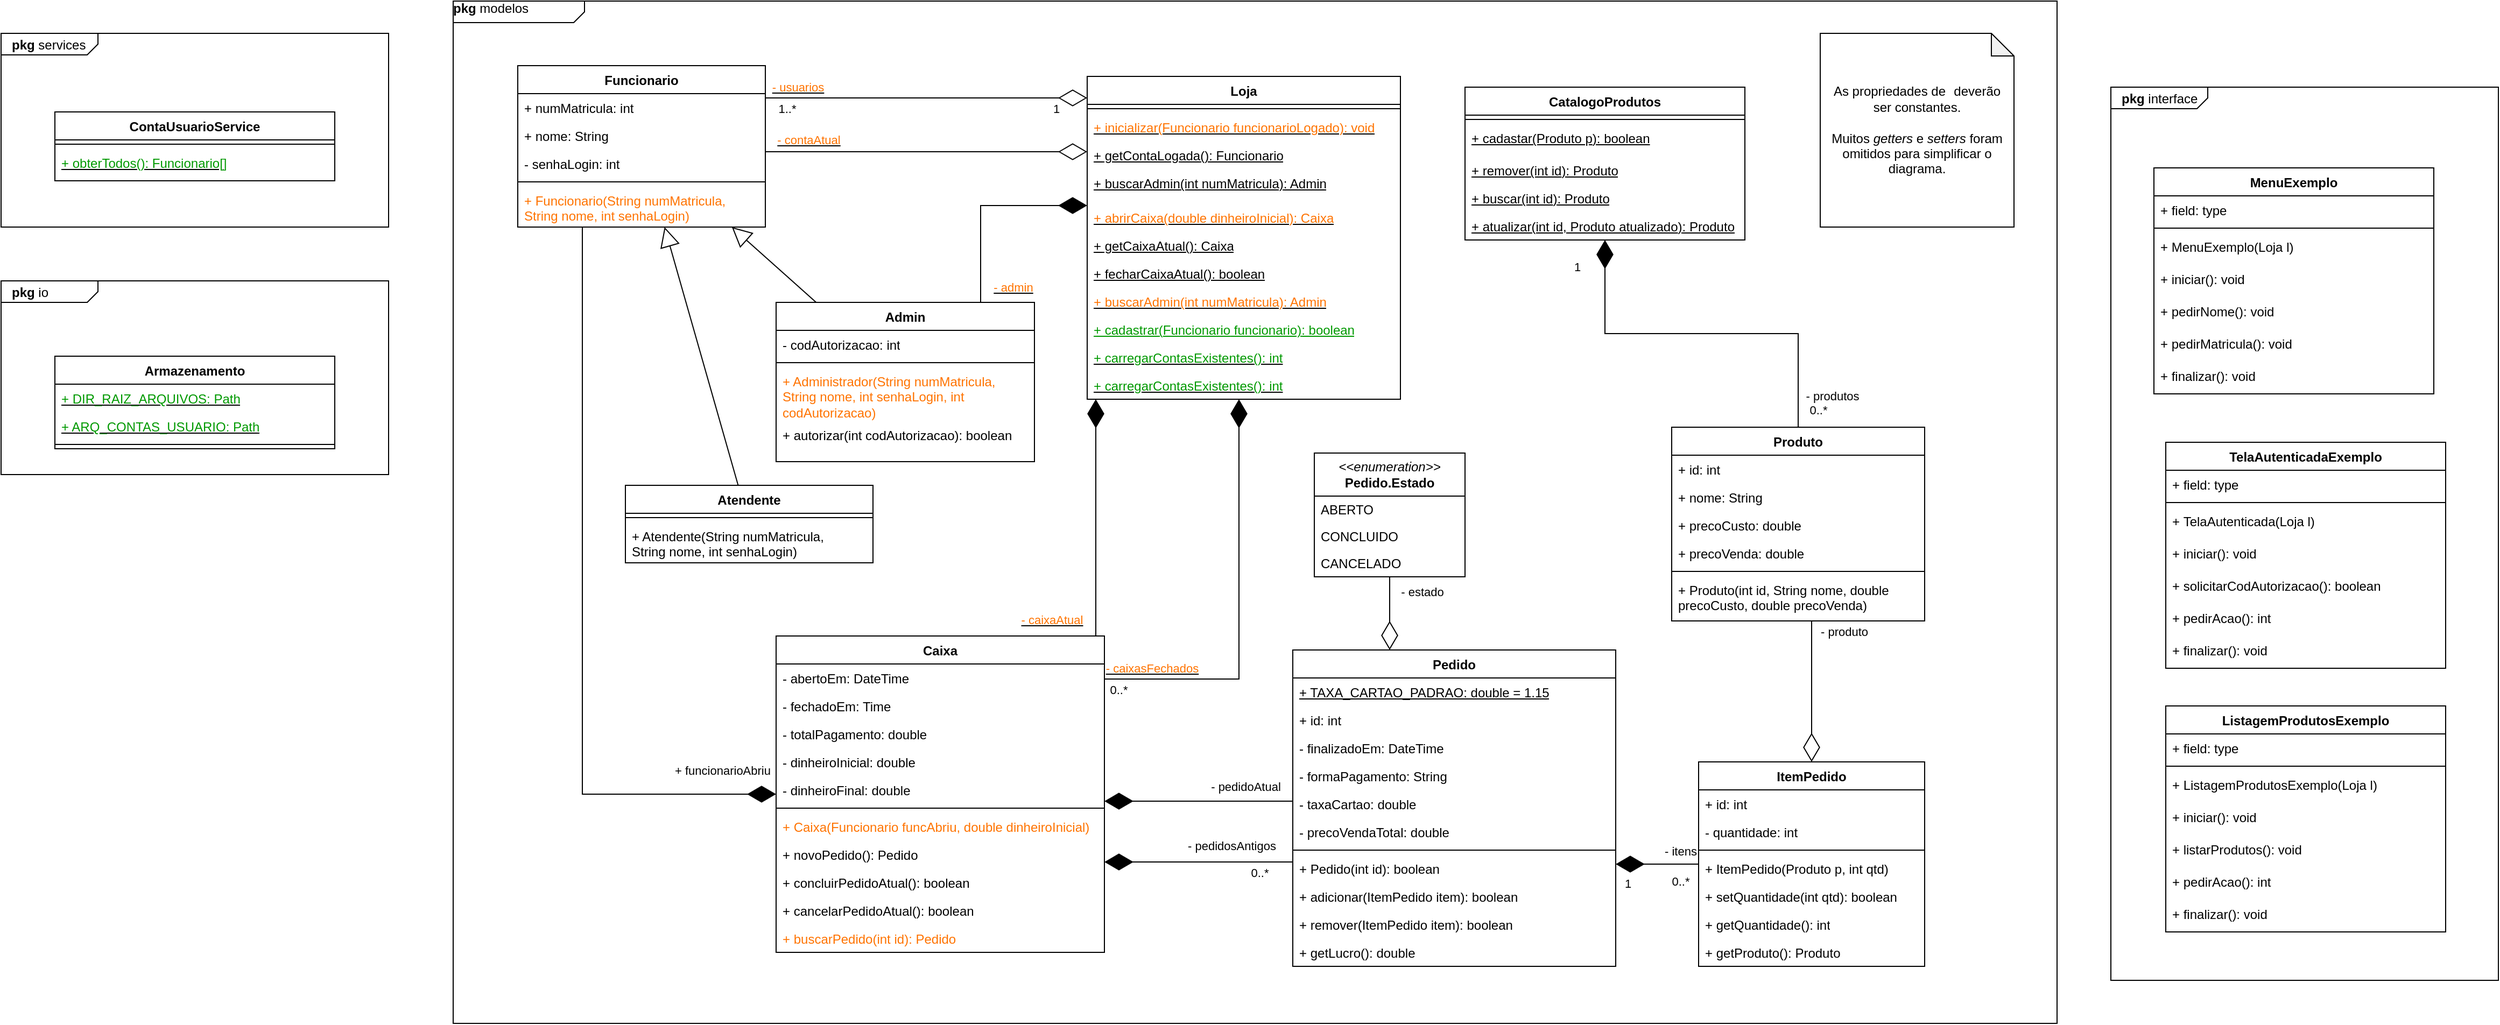
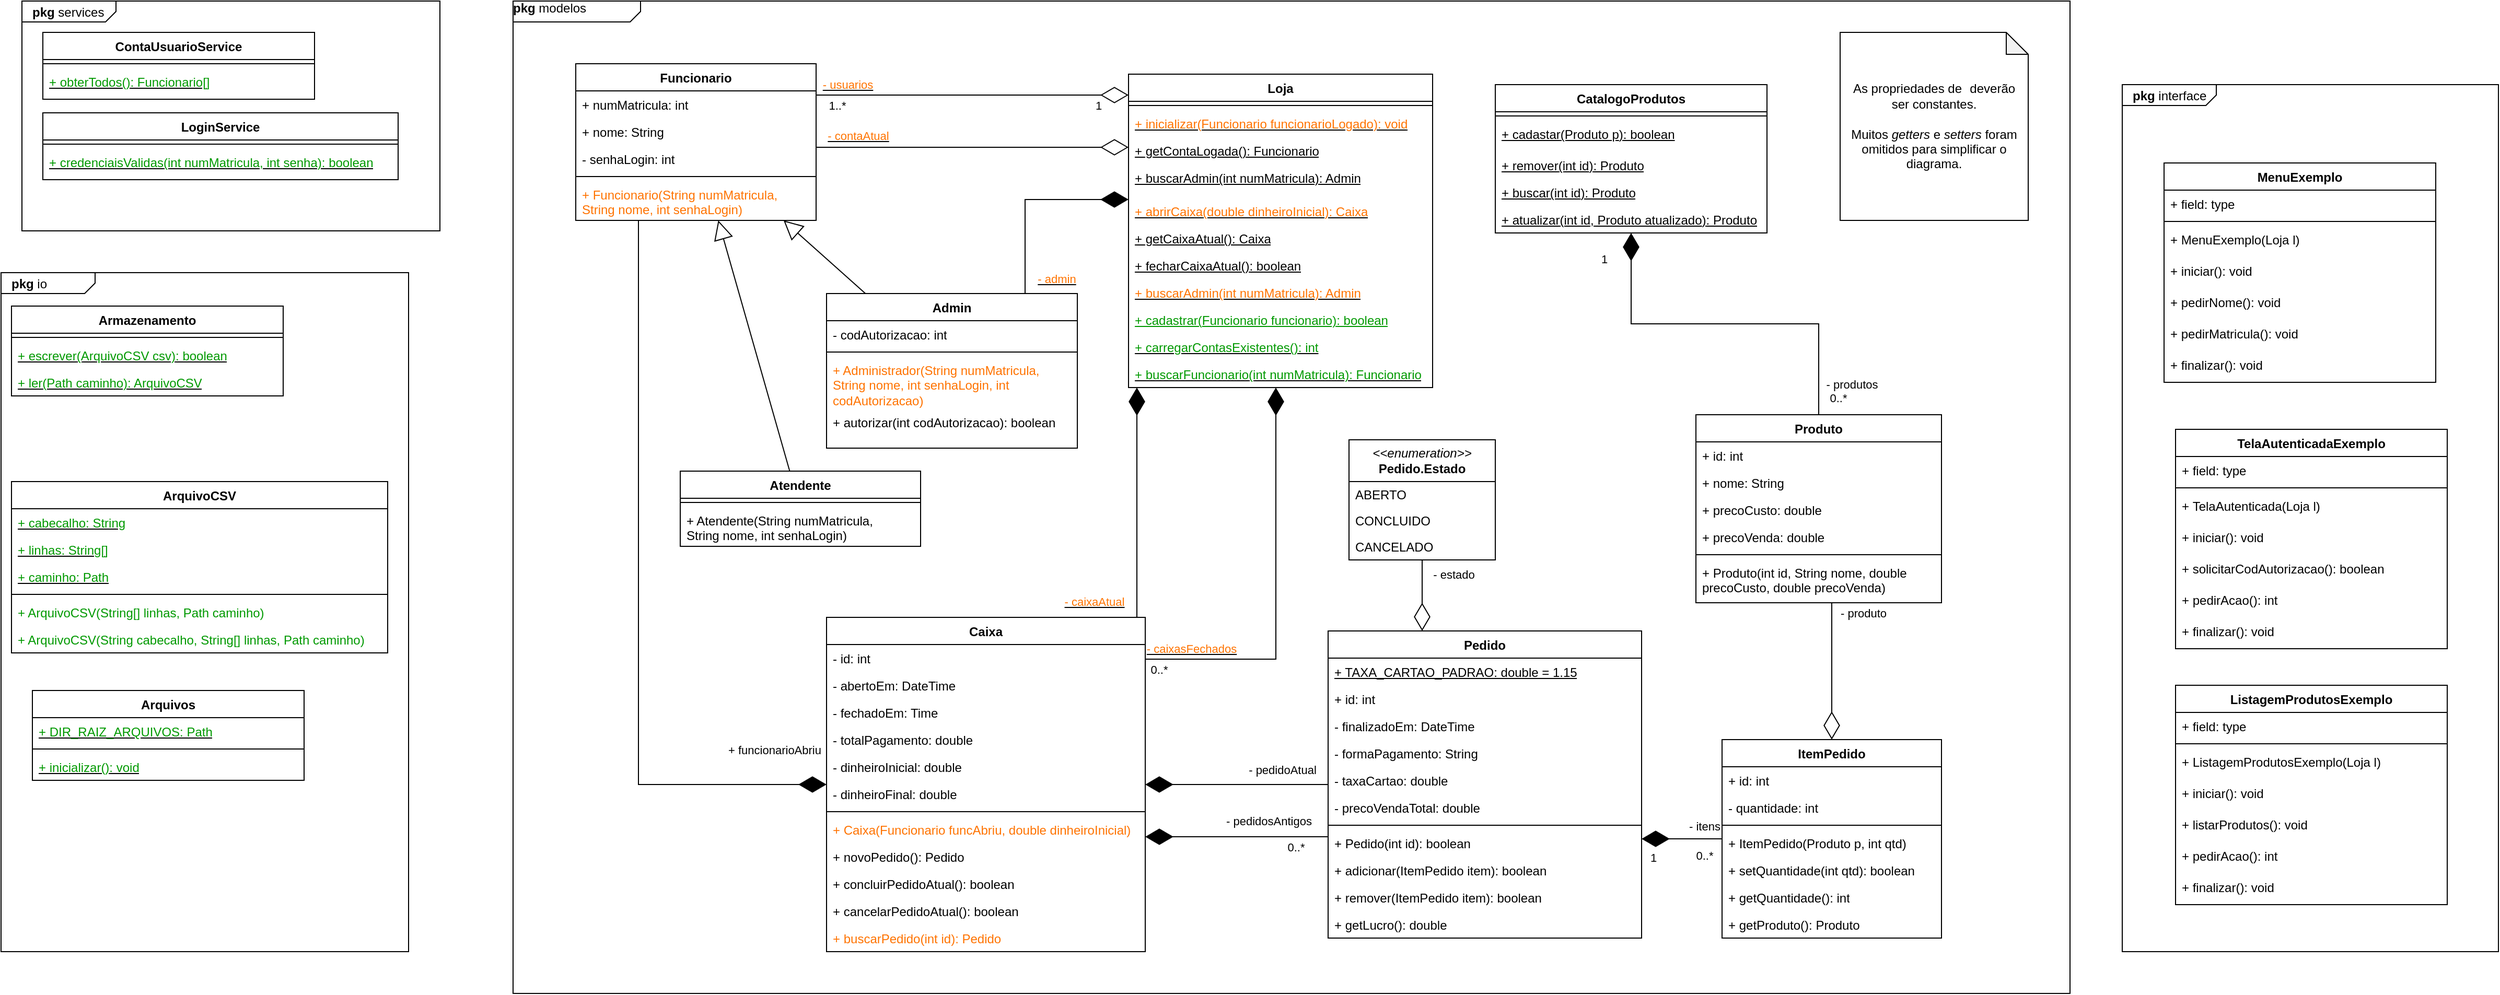
<mxfile host="Electron">
  <diagram name="Página-1" id="9ZmY0ZwC9zlJIqc9ISHl">
-     <mxGraphModel dx="2495" dy="1637" grid="1" gridSize="10" guides="1" tooltips="1" connect="1" arrows="1" fold="1" page="1" pageScale="1" pageWidth="827" pageHeight="1169" math="0" shadow="0">
+     <mxGraphModel dx="3394" dy="2100" grid="1" gridSize="10" guides="1" tooltips="1" connect="1" arrows="1" fold="1" page="1" pageScale="1" pageWidth="827" pageHeight="1169" math="0" shadow="0">
      <root>
        <mxCell id="0" />
        <mxCell id="1" parent="0" />
        <mxCell id="gy4Eh5UNHML4C2wZnuB5-49" parent="1" style="html=1;shape=mxgraph.sysml.package;xSize=90;align=left;spacingLeft=10;overflow=fill;recursiveResize=0;container=1;collapsible=0;labelX=122.94;movable=1;resizable=1;rotatable=1;deletable=1;editable=1;locked=0;connectable=1;" value="&lt;b&gt;pkg&lt;/b&gt; modelos" vertex="1">
          <mxGeometry height="950" width="1490" x="-540" y="-290" as="geometry">
            <mxRectangle height="30" width="120" x="40" y="40" as="alternateBounds" />
          </mxGeometry>
        </mxCell>
        <mxCell id="gy4Eh5UNHML4C2wZnuB5-27" parent="gy4Eh5UNHML4C2wZnuB5-49" style="swimlane;fontStyle=1;align=center;verticalAlign=top;childLayout=stackLayout;horizontal=1;startSize=26;horizontalStack=0;resizeParent=1;resizeParentMax=0;resizeLast=0;collapsible=1;marginBottom=0;whiteSpace=wrap;html=1;resizeHeight=0;expand=0;resizeWidth=1;" value="Loja" vertex="1">
          <mxGeometry height="300" width="291" x="589" y="70" as="geometry" />
        </mxCell>
        <mxCell id="gy4Eh5UNHML4C2wZnuB5-29" parent="gy4Eh5UNHML4C2wZnuB5-27" style="line;strokeWidth=1;fillColor=none;align=left;verticalAlign=middle;spacingTop=-1;spacingLeft=3;spacingRight=3;rotatable=0;labelPosition=right;points=[];portConstraint=eastwest;strokeColor=inherit;" value="" vertex="1">
          <mxGeometry height="8" width="291" y="26" as="geometry" />
        </mxCell>
        <mxCell id="EbaSRvtsIRmWHhfiMmkh-74" parent="gy4Eh5UNHML4C2wZnuB5-27" style="text;strokeColor=none;fillColor=none;align=left;verticalAlign=top;spacingLeft=4;spacingRight=4;overflow=hidden;rotatable=0;points=[[0,0.5],[1,0.5]];portConstraint=eastwest;whiteSpace=wrap;html=1;" value="&lt;u&gt;&lt;font style=&quot;color: rgb(255, 115, 0);&quot;&gt;+ inicializar(Funcionario funcionarioLogado): void&lt;/font&gt;&lt;/u&gt;" vertex="1">
          <mxGeometry height="26" width="291" y="34" as="geometry" />
        </mxCell>
        <mxCell id="EbaSRvtsIRmWHhfiMmkh-78" parent="gy4Eh5UNHML4C2wZnuB5-27" style="text;strokeColor=none;fillColor=none;align=left;verticalAlign=top;spacingLeft=4;spacingRight=4;overflow=hidden;rotatable=0;points=[[0,0.5],[1,0.5]];portConstraint=eastwest;whiteSpace=wrap;html=1;" value="&lt;u&gt;+ getContaLogada(): Funcionario&lt;/u&gt;" vertex="1">
          <mxGeometry height="26" width="291" y="60" as="geometry" />
        </mxCell>
        <mxCell id="gy4Eh5UNHML4C2wZnuB5-30" parent="gy4Eh5UNHML4C2wZnuB5-27" style="text;strokeColor=none;fillColor=none;align=left;verticalAlign=top;spacingLeft=4;spacingRight=4;overflow=hidden;rotatable=0;points=[[0,0.5],[1,0.5]];portConstraint=eastwest;whiteSpace=wrap;html=1;" value="&lt;u&gt;+ buscarAdmin(int numMatricula): Admin&lt;/u&gt;" vertex="1">
          <mxGeometry height="32" width="291" y="86" as="geometry" />
        </mxCell>
        <mxCell id="gy4Eh5UNHML4C2wZnuB5-137" parent="gy4Eh5UNHML4C2wZnuB5-27" style="text;strokeColor=none;fillColor=none;align=left;verticalAlign=top;spacingLeft=4;spacingRight=4;overflow=hidden;rotatable=0;points=[[0,0.5],[1,0.5]];portConstraint=eastwest;whiteSpace=wrap;html=1;" value="&lt;u&gt;&lt;font style=&quot;color: rgb(255, 115, 0);&quot;&gt;+ abrirCaixa(double dinheiroInicial): Caixa&lt;/font&gt;&lt;/u&gt;" vertex="1">
          <mxGeometry height="26" width="291" y="118" as="geometry" />
        </mxCell>
        <mxCell id="EbaSRvtsIRmWHhfiMmkh-39" parent="gy4Eh5UNHML4C2wZnuB5-27" style="text;strokeColor=none;fillColor=none;align=left;verticalAlign=top;spacingLeft=4;spacingRight=4;overflow=hidden;rotatable=0;points=[[0,0.5],[1,0.5]];portConstraint=eastwest;whiteSpace=wrap;html=1;" value="&lt;u&gt;+ getCaixaAtual(): Caixa&lt;/u&gt;" vertex="1">
          <mxGeometry height="26" width="291" y="144" as="geometry" />
        </mxCell>
        <mxCell id="EbaSRvtsIRmWHhfiMmkh-40" parent="gy4Eh5UNHML4C2wZnuB5-27" style="text;strokeColor=none;fillColor=none;align=left;verticalAlign=top;spacingLeft=4;spacingRight=4;overflow=hidden;rotatable=0;points=[[0,0.5],[1,0.5]];portConstraint=eastwest;whiteSpace=wrap;html=1;" value="&lt;u&gt;+ fecharCaixaAtual(): boolean&lt;/u&gt;" vertex="1">
          <mxGeometry height="26" width="291" y="170" as="geometry" />
        </mxCell>
        <mxCell id="gy4Eh5UNHML4C2wZnuB5-138" parent="gy4Eh5UNHML4C2wZnuB5-27" style="text;strokeColor=none;fillColor=none;align=left;verticalAlign=top;spacingLeft=4;spacingRight=4;overflow=hidden;rotatable=0;points=[[0,0.5],[1,0.5]];portConstraint=eastwest;whiteSpace=wrap;html=1;" value="&lt;u&gt;&lt;font style=&quot;color: rgb(255, 115, 0);&quot;&gt;+ buscarAdmin(int numMatricula): Admin&lt;/font&gt;&lt;/u&gt;" vertex="1">
          <mxGeometry height="26" width="291" y="196" as="geometry" />
        </mxCell>
        <mxCell id="EbaSRvtsIRmWHhfiMmkh-5" parent="gy4Eh5UNHML4C2wZnuB5-27" style="text;strokeColor=none;fillColor=none;align=left;verticalAlign=top;spacingLeft=4;spacingRight=4;overflow=hidden;rotatable=0;points=[[0,0.5],[1,0.5]];portConstraint=eastwest;whiteSpace=wrap;html=1;" value="&lt;font style=&quot;color: rgb(0, 153, 0);&quot;&gt;&lt;u&gt;+ cadastrar(&lt;/u&gt;&lt;u&gt;Funcionario&lt;/u&gt;&lt;u&gt;&amp;nbsp;funcionario): boolean&lt;/u&gt;&lt;/font&gt;" vertex="1">
          <mxGeometry height="26" width="291" y="222" as="geometry" />
        </mxCell>
        <mxCell id="FQoL36WswdMF_Ofk2WBs-48" parent="gy4Eh5UNHML4C2wZnuB5-27" style="text;strokeColor=none;fillColor=none;align=left;verticalAlign=top;spacingLeft=4;spacingRight=4;overflow=hidden;rotatable=0;points=[[0,0.5],[1,0.5]];portConstraint=eastwest;whiteSpace=wrap;html=1;" value="&lt;u&gt;&lt;font style=&quot;color: rgb(0, 153, 0);&quot;&gt;+ carregarContasExistentes(): int&lt;/font&gt;&lt;/u&gt;" vertex="1">
          <mxGeometry height="26" width="291" y="248" as="geometry" />
        </mxCell>
-         <mxCell id="FQoL36WswdMF_Ofk2WBs-49" parent="gy4Eh5UNHML4C2wZnuB5-27" style="text;strokeColor=none;fillColor=none;align=left;verticalAlign=top;spacingLeft=4;spacingRight=4;overflow=hidden;rotatable=0;points=[[0,0.5],[1,0.5]];portConstraint=eastwest;whiteSpace=wrap;html=1;" value="&lt;u&gt;&lt;font style=&quot;color: rgb(0, 153, 0);&quot;&gt;+ carregarContasExistentes(): int&lt;/font&gt;&lt;/u&gt;" vertex="1">
+         <mxCell id="TQHljtS-Gg7rwVJ6MdJa-22" parent="gy4Eh5UNHML4C2wZnuB5-27" style="text;strokeColor=none;fillColor=none;align=left;verticalAlign=top;spacingLeft=4;spacingRight=4;overflow=hidden;rotatable=0;points=[[0,0.5],[1,0.5]];portConstraint=eastwest;whiteSpace=wrap;html=1;" value="&lt;u&gt;&lt;font style=&quot;color: rgb(0, 153, 0);&quot;&gt;+ buscarFuncionario(int numMatricula): Funcionario&lt;/font&gt;&lt;/u&gt;" vertex="1">
          <mxGeometry height="26" width="291" y="274" as="geometry" />
        </mxCell>
        <mxCell id="gy4Eh5UNHML4C2wZnuB5-11" parent="gy4Eh5UNHML4C2wZnuB5-49" style="swimlane;fontStyle=1;align=center;verticalAlign=top;childLayout=stackLayout;horizontal=1;startSize=26;horizontalStack=0;resizeParent=1;resizeParentMax=0;resizeLast=0;collapsible=1;marginBottom=0;whiteSpace=wrap;html=1;" value="CatalogoProdutos" vertex="1">
          <mxGeometry height="142" width="260" x="940" y="80" as="geometry" />
        </mxCell>
        <mxCell id="gy4Eh5UNHML4C2wZnuB5-13" parent="gy4Eh5UNHML4C2wZnuB5-11" style="line;strokeWidth=1;fillColor=none;align=left;verticalAlign=middle;spacingTop=-1;spacingLeft=3;spacingRight=3;rotatable=0;labelPosition=right;points=[];portConstraint=eastwest;strokeColor=inherit;" value="" vertex="1">
          <mxGeometry height="8" width="260" y="26" as="geometry" />
        </mxCell>
        <mxCell id="gy4Eh5UNHML4C2wZnuB5-134" parent="gy4Eh5UNHML4C2wZnuB5-11" style="text;strokeColor=none;fillColor=none;align=left;verticalAlign=top;spacingLeft=4;spacingRight=4;overflow=hidden;rotatable=0;points=[[0,0.5],[1,0.5]];portConstraint=eastwest;whiteSpace=wrap;html=1;" value="&lt;u&gt;+ cadastar(Produto p&lt;/u&gt;&lt;u style=&quot;background-color: transparent; color: light-dark(rgb(0, 0, 0), rgb(255, 255, 255));&quot;&gt;): boolean&lt;/u&gt;" vertex="1">
          <mxGeometry height="30" width="260" y="34" as="geometry" />
        </mxCell>
        <mxCell id="EbaSRvtsIRmWHhfiMmkh-1" parent="gy4Eh5UNHML4C2wZnuB5-11" style="text;strokeColor=none;fillColor=none;align=left;verticalAlign=top;spacingLeft=4;spacingRight=4;overflow=hidden;rotatable=0;points=[[0,0.5],[1,0.5]];portConstraint=eastwest;whiteSpace=wrap;html=1;" value="&lt;u&gt;+ remover(int id&lt;/u&gt;&lt;u style=&quot;background-color: transparent; color: light-dark(rgb(0, 0, 0), rgb(255, 255, 255));&quot;&gt;): Produto&lt;/u&gt;" vertex="1">
          <mxGeometry height="26" width="260" y="64" as="geometry" />
        </mxCell>
        <mxCell id="EbaSRvtsIRmWHhfiMmkh-3" parent="gy4Eh5UNHML4C2wZnuB5-11" style="text;strokeColor=none;fillColor=none;align=left;verticalAlign=top;spacingLeft=4;spacingRight=4;overflow=hidden;rotatable=0;points=[[0,0.5],[1,0.5]];portConstraint=eastwest;whiteSpace=wrap;html=1;" value="&lt;u&gt;+ buscar(int id&lt;/u&gt;&lt;u style=&quot;background-color: transparent; color: light-dark(rgb(0, 0, 0), rgb(255, 255, 255));&quot;&gt;): Produto&lt;/u&gt;" vertex="1">
          <mxGeometry height="26" width="260" y="90" as="geometry" />
        </mxCell>
        <mxCell id="EbaSRvtsIRmWHhfiMmkh-4" parent="gy4Eh5UNHML4C2wZnuB5-11" style="text;strokeColor=none;fillColor=none;align=left;verticalAlign=top;spacingLeft=4;spacingRight=4;overflow=hidden;rotatable=0;points=[[0,0.5],[1,0.5]];portConstraint=eastwest;whiteSpace=wrap;html=1;" value="&lt;u&gt;+ atualizar(int id, Produto atualizado&lt;/u&gt;&lt;u style=&quot;background-color: transparent; color: light-dark(rgb(0, 0, 0), rgb(255, 255, 255));&quot;&gt;): Produto&lt;/u&gt;" vertex="1">
          <mxGeometry height="26" width="260" y="116" as="geometry" />
        </mxCell>
        <mxCell id="gy4Eh5UNHML4C2wZnuB5-31" parent="gy4Eh5UNHML4C2wZnuB5-49" style="swimlane;fontStyle=1;align=center;verticalAlign=top;childLayout=stackLayout;horizontal=1;startSize=26;horizontalStack=0;resizeParent=1;resizeParentMax=0;resizeLast=0;collapsible=1;marginBottom=0;whiteSpace=wrap;html=1;" value="Produto" vertex="1">
          <mxGeometry height="180" width="235" x="1132" y="396" as="geometry" />
        </mxCell>
        <mxCell id="EbaSRvtsIRmWHhfiMmkh-2" parent="gy4Eh5UNHML4C2wZnuB5-31" style="text;strokeColor=none;fillColor=none;align=left;verticalAlign=top;spacingLeft=4;spacingRight=4;overflow=hidden;rotatable=0;points=[[0,0.5],[1,0.5]];portConstraint=eastwest;whiteSpace=wrap;html=1;" value="+ id: int" vertex="1">
          <mxGeometry height="26" width="235" y="26" as="geometry" />
        </mxCell>
        <mxCell id="gy4Eh5UNHML4C2wZnuB5-47" parent="gy4Eh5UNHML4C2wZnuB5-31" style="text;strokeColor=none;fillColor=none;align=left;verticalAlign=top;spacingLeft=4;spacingRight=4;overflow=hidden;rotatable=0;points=[[0,0.5],[1,0.5]];portConstraint=eastwest;whiteSpace=wrap;html=1;" value="+ nome: String" vertex="1">
          <mxGeometry height="26" width="235" y="52" as="geometry" />
        </mxCell>
        <mxCell id="gy4Eh5UNHML4C2wZnuB5-48" parent="gy4Eh5UNHML4C2wZnuB5-31" style="text;strokeColor=none;fillColor=none;align=left;verticalAlign=top;spacingLeft=4;spacingRight=4;overflow=hidden;rotatable=0;points=[[0,0.5],[1,0.5]];portConstraint=eastwest;whiteSpace=wrap;html=1;" value="+ precoCusto: double" vertex="1">
          <mxGeometry height="26" width="235" y="78" as="geometry" />
        </mxCell>
        <mxCell id="gy4Eh5UNHML4C2wZnuB5-32" parent="gy4Eh5UNHML4C2wZnuB5-31" style="text;strokeColor=none;fillColor=none;align=left;verticalAlign=top;spacingLeft=4;spacingRight=4;overflow=hidden;rotatable=0;points=[[0,0.5],[1,0.5]];portConstraint=eastwest;whiteSpace=wrap;html=1;" value="+ precoVenda: double" vertex="1">
          <mxGeometry height="26" width="235" y="104" as="geometry" />
        </mxCell>
        <mxCell id="gy4Eh5UNHML4C2wZnuB5-33" parent="gy4Eh5UNHML4C2wZnuB5-31" style="line;strokeWidth=1;fillColor=none;align=left;verticalAlign=middle;spacingTop=-1;spacingLeft=3;spacingRight=3;rotatable=0;labelPosition=right;points=[];portConstraint=eastwest;strokeColor=inherit;" value="" vertex="1">
          <mxGeometry height="8" width="235" y="130" as="geometry" />
        </mxCell>
        <mxCell id="gy4Eh5UNHML4C2wZnuB5-34" parent="gy4Eh5UNHML4C2wZnuB5-31" style="text;strokeColor=none;fillColor=none;align=left;verticalAlign=top;spacingLeft=4;spacingRight=4;overflow=hidden;rotatable=0;points=[[0,0.5],[1,0.5]];portConstraint=eastwest;whiteSpace=wrap;html=1;" value="+ Produto(int id, String nome, double precoCusto, double precoVenda)" vertex="1">
          <mxGeometry height="42" width="235" y="138" as="geometry" />
        </mxCell>
        <mxCell id="gy4Eh5UNHML4C2wZnuB5-7" parent="gy4Eh5UNHML4C2wZnuB5-49" style="swimlane;fontStyle=1;align=center;verticalAlign=top;childLayout=stackLayout;horizontal=1;startSize=26;horizontalStack=0;resizeParent=1;resizeParentMax=0;resizeLast=0;collapsible=1;marginBottom=0;whiteSpace=wrap;html=1;" value="Pedido" vertex="1">
          <mxGeometry height="294" width="300" x="780" y="603" as="geometry" />
        </mxCell>
        <mxCell id="EbaSRvtsIRmWHhfiMmkh-43" parent="gy4Eh5UNHML4C2wZnuB5-7" style="text;strokeColor=none;fillColor=none;align=left;verticalAlign=top;spacingLeft=4;spacingRight=4;overflow=hidden;rotatable=0;points=[[0,0.5],[1,0.5]];portConstraint=eastwest;whiteSpace=wrap;html=1;" value="&lt;u&gt;+ TAXA_CARTAO_PADRAO: double = 1.15&lt;/u&gt;" vertex="1">
          <mxGeometry height="26" width="300" y="26" as="geometry" />
        </mxCell>
        <mxCell id="gy4Eh5UNHML4C2wZnuB5-46" parent="gy4Eh5UNHML4C2wZnuB5-7" style="text;strokeColor=none;fillColor=none;align=left;verticalAlign=top;spacingLeft=4;spacingRight=4;overflow=hidden;rotatable=0;points=[[0,0.5],[1,0.5]];portConstraint=eastwest;whiteSpace=wrap;html=1;" value="+ id: int" vertex="1">
          <mxGeometry height="26" width="300" y="52" as="geometry" />
        </mxCell>
        <mxCell id="gy4Eh5UNHML4C2wZnuB5-8" parent="gy4Eh5UNHML4C2wZnuB5-7" style="text;strokeColor=none;fillColor=none;align=left;verticalAlign=top;spacingLeft=4;spacingRight=4;overflow=hidden;rotatable=0;points=[[0,0.5],[1,0.5]];portConstraint=eastwest;whiteSpace=wrap;html=1;" value="- finalizadoEm: DateTime" vertex="1">
          <mxGeometry height="26" width="300" y="78" as="geometry" />
        </mxCell>
        <mxCell id="gy4Eh5UNHML4C2wZnuB5-43" parent="gy4Eh5UNHML4C2wZnuB5-7" style="text;strokeColor=none;fillColor=none;align=left;verticalAlign=top;spacingLeft=4;spacingRight=4;overflow=hidden;rotatable=0;points=[[0,0.5],[1,0.5]];portConstraint=eastwest;whiteSpace=wrap;html=1;" value="- formaPagamento: String" vertex="1">
          <mxGeometry height="26" width="300" y="104" as="geometry" />
        </mxCell>
        <mxCell id="gy4Eh5UNHML4C2wZnuB5-44" parent="gy4Eh5UNHML4C2wZnuB5-7" style="text;strokeColor=none;fillColor=none;align=left;verticalAlign=top;spacingLeft=4;spacingRight=4;overflow=hidden;rotatable=0;points=[[0,0.5],[1,0.5]];portConstraint=eastwest;whiteSpace=wrap;html=1;" value="- taxaCartao: double" vertex="1">
          <mxGeometry height="26" width="300" y="130" as="geometry" />
        </mxCell>
        <mxCell id="gy4Eh5UNHML4C2wZnuB5-45" parent="gy4Eh5UNHML4C2wZnuB5-7" style="text;strokeColor=none;fillColor=none;align=left;verticalAlign=top;spacingLeft=4;spacingRight=4;overflow=hidden;rotatable=0;points=[[0,0.5],[1,0.5]];portConstraint=eastwest;whiteSpace=wrap;html=1;" value="- precoVendaTotal: double" vertex="1">
          <mxGeometry height="26" width="300" y="156" as="geometry" />
        </mxCell>
        <mxCell id="gy4Eh5UNHML4C2wZnuB5-9" parent="gy4Eh5UNHML4C2wZnuB5-7" style="line;strokeWidth=1;fillColor=none;align=left;verticalAlign=middle;spacingTop=-1;spacingLeft=3;spacingRight=3;rotatable=0;labelPosition=right;points=[];portConstraint=eastwest;strokeColor=inherit;" value="" vertex="1">
          <mxGeometry height="8" width="300" y="182" as="geometry" />
        </mxCell>
        <mxCell id="EbaSRvtsIRmWHhfiMmkh-42" parent="gy4Eh5UNHML4C2wZnuB5-7" style="text;strokeColor=none;fillColor=none;align=left;verticalAlign=top;spacingLeft=4;spacingRight=4;overflow=hidden;rotatable=0;points=[[0,0.5],[1,0.5]];portConstraint=eastwest;whiteSpace=wrap;html=1;" value="+ Pedido(int id): boolean" vertex="1">
          <mxGeometry height="26" width="300" y="190" as="geometry" />
        </mxCell>
        <mxCell id="gy4Eh5UNHML4C2wZnuB5-10" parent="gy4Eh5UNHML4C2wZnuB5-7" style="text;strokeColor=none;fillColor=none;align=left;verticalAlign=top;spacingLeft=4;spacingRight=4;overflow=hidden;rotatable=0;points=[[0,0.5],[1,0.5]];portConstraint=eastwest;whiteSpace=wrap;html=1;" value="+ adicionar(ItemPedido item): boolean" vertex="1">
          <mxGeometry height="26" width="300" y="216" as="geometry" />
        </mxCell>
        <mxCell id="EbaSRvtsIRmWHhfiMmkh-18" parent="gy4Eh5UNHML4C2wZnuB5-7" style="text;strokeColor=none;fillColor=none;align=left;verticalAlign=top;spacingLeft=4;spacingRight=4;overflow=hidden;rotatable=0;points=[[0,0.5],[1,0.5]];portConstraint=eastwest;whiteSpace=wrap;html=1;" value="+ remover(ItemPedido item): boolean" vertex="1">
          <mxGeometry height="26" width="300" y="242" as="geometry" />
        </mxCell>
        <mxCell id="EbaSRvtsIRmWHhfiMmkh-45" parent="gy4Eh5UNHML4C2wZnuB5-7" style="text;strokeColor=none;fillColor=none;align=left;verticalAlign=top;spacingLeft=4;spacingRight=4;overflow=hidden;rotatable=0;points=[[0,0.5],[1,0.5]];portConstraint=eastwest;whiteSpace=wrap;html=1;" value="+ getLucro(): double" vertex="1">
          <mxGeometry height="26" width="300" y="268" as="geometry" />
        </mxCell>
        <mxCell id="gy4Eh5UNHML4C2wZnuB5-3" parent="gy4Eh5UNHML4C2wZnuB5-49" style="swimlane;fontStyle=1;align=center;verticalAlign=top;childLayout=stackLayout;horizontal=1;startSize=26;horizontalStack=0;resizeParent=1;resizeParentMax=0;resizeLast=0;collapsible=1;marginBottom=0;whiteSpace=wrap;html=1;" value="Caixa" vertex="1">
-           <mxGeometry height="294" width="305" x="300" y="590" as="geometry" />
+           <mxGeometry height="320" width="305" x="300" y="590" as="geometry" />
+         </mxCell>
+         <mxCell id="TQHljtS-Gg7rwVJ6MdJa-24" parent="gy4Eh5UNHML4C2wZnuB5-3" style="text;strokeColor=none;fillColor=none;align=left;verticalAlign=top;spacingLeft=4;spacingRight=4;overflow=hidden;rotatable=0;points=[[0,0.5],[1,0.5]];portConstraint=eastwest;whiteSpace=wrap;html=1;" value="- id: int" vertex="1">
+           <mxGeometry height="26" width="305" y="26" as="geometry" />
        </mxCell>
        <mxCell id="gy4Eh5UNHML4C2wZnuB5-4" parent="gy4Eh5UNHML4C2wZnuB5-3" style="text;strokeColor=none;fillColor=none;align=left;verticalAlign=top;spacingLeft=4;spacingRight=4;overflow=hidden;rotatable=0;points=[[0,0.5],[1,0.5]];portConstraint=eastwest;whiteSpace=wrap;html=1;" value="- abertoEm: DateTime" vertex="1">
-           <mxGeometry height="26" width="305" y="26" as="geometry" />
+           <mxGeometry height="26" width="305" y="52" as="geometry" />
        </mxCell>
        <mxCell id="gy4Eh5UNHML4C2wZnuB5-40" parent="gy4Eh5UNHML4C2wZnuB5-3" style="text;strokeColor=none;fillColor=none;align=left;verticalAlign=top;spacingLeft=4;spacingRight=4;overflow=hidden;rotatable=0;points=[[0,0.5],[1,0.5]];portConstraint=eastwest;whiteSpace=wrap;html=1;" value="- fechadoEm: Time" vertex="1">
-           <mxGeometry height="26" width="305" y="52" as="geometry" />
+           <mxGeometry height="26" width="305" y="78" as="geometry" />
        </mxCell>
        <mxCell id="m6lvUc4TkEWnN2bDjYWc-1" parent="gy4Eh5UNHML4C2wZnuB5-3" style="text;strokeColor=none;fillColor=none;align=left;verticalAlign=top;spacingLeft=4;spacingRight=4;overflow=hidden;rotatable=0;points=[[0,0.5],[1,0.5]];portConstraint=eastwest;whiteSpace=wrap;html=1;" value="- totalPagamento: double" vertex="1">
-           <mxGeometry height="26" width="305" y="78" as="geometry" />
+           <mxGeometry height="26" width="305" y="104" as="geometry" />
        </mxCell>
        <mxCell id="gy4Eh5UNHML4C2wZnuB5-41" parent="gy4Eh5UNHML4C2wZnuB5-3" style="text;strokeColor=none;fillColor=none;align=left;verticalAlign=top;spacingLeft=4;spacingRight=4;overflow=hidden;rotatable=0;points=[[0,0.5],[1,0.5]];portConstraint=eastwest;whiteSpace=wrap;html=1;" value="- dinheiroInicial: double" vertex="1">
-           <mxGeometry height="26" width="305" y="104" as="geometry" />
+           <mxGeometry height="26" width="305" y="130" as="geometry" />
        </mxCell>
        <mxCell id="gy4Eh5UNHML4C2wZnuB5-42" parent="gy4Eh5UNHML4C2wZnuB5-3" style="text;strokeColor=none;fillColor=none;align=left;verticalAlign=top;spacingLeft=4;spacingRight=4;overflow=hidden;rotatable=0;points=[[0,0.5],[1,0.5]];portConstraint=eastwest;whiteSpace=wrap;html=1;" value="- dinheiroFinal: double" vertex="1">
-           <mxGeometry height="26" width="305" y="130" as="geometry" />
+           <mxGeometry height="26" width="305" y="156" as="geometry" />
        </mxCell>
        <mxCell id="gy4Eh5UNHML4C2wZnuB5-5" parent="gy4Eh5UNHML4C2wZnuB5-3" style="line;strokeWidth=1;fillColor=none;align=left;verticalAlign=middle;spacingTop=-1;spacingLeft=3;spacingRight=3;rotatable=0;labelPosition=right;points=[];portConstraint=eastwest;strokeColor=inherit;" value="" vertex="1">
-           <mxGeometry height="8" width="305" y="156" as="geometry" />
+           <mxGeometry height="8" width="305" y="182" as="geometry" />
        </mxCell>
        <mxCell id="gy4Eh5UNHML4C2wZnuB5-6" parent="gy4Eh5UNHML4C2wZnuB5-3" style="text;strokeColor=none;fillColor=none;align=left;verticalAlign=top;spacingLeft=4;spacingRight=4;overflow=hidden;rotatable=0;points=[[0,0.5],[1,0.5]];portConstraint=eastwest;whiteSpace=wrap;html=1;" value="&lt;font style=&quot;color: rgb(255, 115, 0);&quot;&gt;+ Caixa(Funcionario funcAbriu, double dinheiroInicial)&lt;/font&gt;" vertex="1">
-           <mxGeometry height="26" width="305" y="164" as="geometry" />
+           <mxGeometry height="26" width="305" y="190" as="geometry" />
        </mxCell>
        <mxCell id="gy4Eh5UNHML4C2wZnuB5-132" parent="gy4Eh5UNHML4C2wZnuB5-3" style="text;strokeColor=none;fillColor=none;align=left;verticalAlign=top;spacingLeft=4;spacingRight=4;overflow=hidden;rotatable=0;points=[[0,0.5],[1,0.5]];portConstraint=eastwest;whiteSpace=wrap;html=1;" value="+ novoPedido(): Pedido" vertex="1">
-           <mxGeometry height="26" width="305" y="190" as="geometry" />
+           <mxGeometry height="26" width="305" y="216" as="geometry" />
        </mxCell>
        <mxCell id="EbaSRvtsIRmWHhfiMmkh-38" parent="gy4Eh5UNHML4C2wZnuB5-3" style="text;strokeColor=none;fillColor=none;align=left;verticalAlign=top;spacingLeft=4;spacingRight=4;overflow=hidden;rotatable=0;points=[[0,0.5],[1,0.5]];portConstraint=eastwest;whiteSpace=wrap;html=1;" value="+ concluirPedidoAtual(): boolean" vertex="1">
-           <mxGeometry height="26" width="305" y="216" as="geometry" />
+           <mxGeometry height="26" width="305" y="242" as="geometry" />
        </mxCell>
        <mxCell id="EbaSRvtsIRmWHhfiMmkh-23" parent="gy4Eh5UNHML4C2wZnuB5-3" style="text;strokeColor=none;fillColor=none;align=left;verticalAlign=top;spacingLeft=4;spacingRight=4;overflow=hidden;rotatable=0;points=[[0,0.5],[1,0.5]];portConstraint=eastwest;whiteSpace=wrap;html=1;" value="+ cancelarPedidoAtual(): boolean" vertex="1">
-           <mxGeometry height="26" width="305" y="242" as="geometry" />
+           <mxGeometry height="26" width="305" y="268" as="geometry" />
        </mxCell>
        <mxCell id="EbaSRvtsIRmWHhfiMmkh-22" parent="gy4Eh5UNHML4C2wZnuB5-3" style="text;strokeColor=none;fillColor=none;align=left;verticalAlign=top;spacingLeft=4;spacingRight=4;overflow=hidden;rotatable=0;points=[[0,0.5],[1,0.5]];portConstraint=eastwest;whiteSpace=wrap;html=1;" value="&lt;font style=&quot;color: rgb(255, 115, 0);&quot;&gt;+ buscarPedido(int id): Pedido&lt;/font&gt;" vertex="1">
-           <mxGeometry height="26" width="305" y="268" as="geometry" />
+           <mxGeometry height="26" width="305" y="294" as="geometry" />
        </mxCell>
        <mxCell id="gy4Eh5UNHML4C2wZnuB5-19" parent="gy4Eh5UNHML4C2wZnuB5-49" style="swimlane;fontStyle=1;align=center;verticalAlign=top;childLayout=stackLayout;horizontal=1;startSize=26;horizontalStack=0;resizeParent=1;resizeParentMax=0;resizeLast=0;collapsible=1;marginBottom=0;whiteSpace=wrap;html=1;" value="Funcionario" vertex="1">
          <mxGeometry height="150" width="230" x="60" y="60" as="geometry" />
        </mxCell>
        <mxCell id="gy4Eh5UNHML4C2wZnuB5-20" parent="gy4Eh5UNHML4C2wZnuB5-19" style="text;strokeColor=none;fillColor=none;align=left;verticalAlign=top;spacingLeft=4;spacingRight=4;overflow=hidden;rotatable=0;points=[[0,0.5],[1,0.5]];portConstraint=eastwest;whiteSpace=wrap;html=1;" value="+ numMatricula: int" vertex="1">
          <mxGeometry height="26" width="230" y="26" as="geometry" />
        </mxCell>
        <mxCell id="gy4Eh5UNHML4C2wZnuB5-37" parent="gy4Eh5UNHML4C2wZnuB5-19" style="text;strokeColor=none;fillColor=none;align=left;verticalAlign=top;spacingLeft=4;spacingRight=4;overflow=hidden;rotatable=0;points=[[0,0.5],[1,0.5]];portConstraint=eastwest;whiteSpace=wrap;html=1;" value="+ nome: String" vertex="1">
          <mxGeometry height="26" width="230" y="52" as="geometry" />
        </mxCell>
        <mxCell id="gy4Eh5UNHML4C2wZnuB5-39" parent="gy4Eh5UNHML4C2wZnuB5-19" style="text;strokeColor=none;fillColor=none;align=left;verticalAlign=top;spacingLeft=4;spacingRight=4;overflow=hidden;rotatable=0;points=[[0,0.5],[1,0.5]];portConstraint=eastwest;whiteSpace=wrap;html=1;" value="- senhaLogin: int" vertex="1">
          <mxGeometry height="26" width="230" y="78" as="geometry" />
        </mxCell>
        <mxCell id="gy4Eh5UNHML4C2wZnuB5-21" parent="gy4Eh5UNHML4C2wZnuB5-19" style="line;strokeWidth=1;fillColor=none;align=left;verticalAlign=middle;spacingTop=-1;spacingLeft=3;spacingRight=3;rotatable=0;labelPosition=right;points=[];portConstraint=eastwest;strokeColor=inherit;" value="" vertex="1">
          <mxGeometry height="8" width="230" y="104" as="geometry" />
        </mxCell>
        <mxCell id="gy4Eh5UNHML4C2wZnuB5-22" parent="gy4Eh5UNHML4C2wZnuB5-19" style="text;strokeColor=none;fillColor=none;align=left;verticalAlign=top;spacingLeft=4;spacingRight=4;overflow=hidden;rotatable=0;points=[[0,0.5],[1,0.5]];portConstraint=eastwest;whiteSpace=wrap;html=1;" value="&lt;font style=&quot;color: rgb(255, 115, 0);&quot;&gt;+ Funcionario(&lt;span style=&quot;background-color: transparent;&quot;&gt;String numMatricula,&amp;nbsp;&lt;/span&gt;&lt;/font&gt;&lt;div&gt;&lt;font style=&quot;color: rgb(255, 115, 0);&quot;&gt;&lt;span style=&quot;background-color: transparent;&quot;&gt;String nome, &lt;/span&gt;&lt;span style=&quot;background-color: transparent;&quot;&gt;int senhaLogin&lt;/span&gt;&lt;span style=&quot;background-color: transparent;&quot;&gt;)&lt;/span&gt;&lt;/font&gt;&lt;/div&gt;" vertex="1">
          <mxGeometry height="38" width="230" y="112" as="geometry" />
        </mxCell>
        <mxCell id="gy4Eh5UNHML4C2wZnuB5-23" parent="gy4Eh5UNHML4C2wZnuB5-49" style="swimlane;fontStyle=1;align=center;verticalAlign=top;childLayout=stackLayout;horizontal=1;startSize=26;horizontalStack=0;resizeParent=1;resizeParentMax=0;resizeLast=0;collapsible=1;marginBottom=0;whiteSpace=wrap;html=1;" value="Admin" vertex="1">
          <mxGeometry height="148" width="240" x="300" y="280" as="geometry" />
        </mxCell>
        <mxCell id="gy4Eh5UNHML4C2wZnuB5-24" parent="gy4Eh5UNHML4C2wZnuB5-23" style="text;strokeColor=none;fillColor=none;align=left;verticalAlign=top;spacingLeft=4;spacingRight=4;overflow=hidden;rotatable=0;points=[[0,0.5],[1,0.5]];portConstraint=eastwest;whiteSpace=wrap;html=1;" value="- codAutorizacao: int" vertex="1">
          <mxGeometry height="26" width="240" y="26" as="geometry" />
        </mxCell>
        <mxCell id="gy4Eh5UNHML4C2wZnuB5-25" parent="gy4Eh5UNHML4C2wZnuB5-23" style="line;strokeWidth=1;fillColor=none;align=left;verticalAlign=middle;spacingTop=-1;spacingLeft=3;spacingRight=3;rotatable=0;labelPosition=right;points=[];portConstraint=eastwest;strokeColor=inherit;" value="" vertex="1">
          <mxGeometry height="8" width="240" y="52" as="geometry" />
        </mxCell>
        <mxCell id="FQoL36WswdMF_Ofk2WBs-1" parent="gy4Eh5UNHML4C2wZnuB5-23" style="text;strokeColor=none;fillColor=none;align=left;verticalAlign=top;spacingLeft=4;spacingRight=4;overflow=hidden;rotatable=0;points=[[0,0.5],[1,0.5]];portConstraint=eastwest;whiteSpace=wrap;html=1;" value="&lt;font style=&quot;color: rgb(255, 115, 0);&quot;&gt;+ Administrador(&lt;span style=&quot;background-color: transparent;&quot;&gt;String numMatricula,&amp;nbsp;&lt;/span&gt;&lt;/font&gt;&lt;div&gt;&lt;font style=&quot;color: rgb(255, 115, 0);&quot;&gt;&lt;span style=&quot;background-color: transparent;&quot;&gt;String nome, &lt;/span&gt;&lt;span style=&quot;background-color: transparent;&quot;&gt;int senhaLogin, int codAutorizacao&lt;/span&gt;&lt;span style=&quot;background-color: transparent;&quot;&gt;)&lt;/span&gt;&lt;/font&gt;&lt;/div&gt;" vertex="1">
          <mxGeometry height="50" width="240" y="60" as="geometry" />
        </mxCell>
        <mxCell id="EbaSRvtsIRmWHhfiMmkh-79" parent="gy4Eh5UNHML4C2wZnuB5-23" style="text;strokeColor=none;fillColor=none;align=left;verticalAlign=top;spacingLeft=4;spacingRight=4;overflow=hidden;rotatable=0;points=[[0,0.5],[1,0.5]];portConstraint=eastwest;whiteSpace=wrap;html=1;" value="+ autorizar(int codAutorizacao): boolean" vertex="1">
          <mxGeometry height="38" width="240" y="110" as="geometry" />
        </mxCell>
        <mxCell id="gy4Eh5UNHML4C2wZnuB5-15" parent="gy4Eh5UNHML4C2wZnuB5-49" style="swimlane;fontStyle=1;align=center;verticalAlign=top;childLayout=stackLayout;horizontal=1;startSize=26;horizontalStack=0;resizeParent=1;resizeParentMax=0;resizeLast=0;collapsible=1;marginBottom=0;whiteSpace=wrap;html=1;" value="ItemPedido" vertex="1">
          <mxGeometry height="190" width="210" x="1157" y="707" as="geometry" />
        </mxCell>
        <mxCell id="gy4Eh5UNHML4C2wZnuB5-16" parent="gy4Eh5UNHML4C2wZnuB5-15" style="text;strokeColor=none;fillColor=none;align=left;verticalAlign=top;spacingLeft=4;spacingRight=4;overflow=hidden;rotatable=0;points=[[0,0.5],[1,0.5]];portConstraint=eastwest;whiteSpace=wrap;html=1;" value="+ id: int" vertex="1">
          <mxGeometry height="26" width="210" y="26" as="geometry" />
        </mxCell>
        <mxCell id="EbaSRvtsIRmWHhfiMmkh-20" parent="gy4Eh5UNHML4C2wZnuB5-15" style="text;strokeColor=none;fillColor=none;align=left;verticalAlign=top;spacingLeft=4;spacingRight=4;overflow=hidden;rotatable=0;points=[[0,0.5],[1,0.5]];portConstraint=eastwest;whiteSpace=wrap;html=1;" value="- quantidade: int" vertex="1">
          <mxGeometry height="26" width="210" y="52" as="geometry" />
        </mxCell>
        <mxCell id="gy4Eh5UNHML4C2wZnuB5-17" parent="gy4Eh5UNHML4C2wZnuB5-15" style="line;strokeWidth=1;fillColor=none;align=left;verticalAlign=middle;spacingTop=-1;spacingLeft=3;spacingRight=3;rotatable=0;labelPosition=right;points=[];portConstraint=eastwest;strokeColor=inherit;" value="" vertex="1">
          <mxGeometry height="8" width="210" y="78" as="geometry" />
        </mxCell>
        <mxCell id="EbaSRvtsIRmWHhfiMmkh-8" parent="gy4Eh5UNHML4C2wZnuB5-15" style="text;strokeColor=none;fillColor=none;align=left;verticalAlign=top;spacingLeft=4;spacingRight=4;overflow=hidden;rotatable=0;points=[[0,0.5],[1,0.5]];portConstraint=eastwest;whiteSpace=wrap;html=1;" value="+ ItemPedido(Produto p, int qtd)" vertex="1">
          <mxGeometry height="26" width="210" y="86" as="geometry" />
        </mxCell>
        <mxCell id="gy4Eh5UNHML4C2wZnuB5-18" parent="gy4Eh5UNHML4C2wZnuB5-15" style="text;strokeColor=none;fillColor=none;align=left;verticalAlign=top;spacingLeft=4;spacingRight=4;overflow=hidden;rotatable=0;points=[[0,0.5],[1,0.5]];portConstraint=eastwest;whiteSpace=wrap;html=1;" value="+ setQuantidade(int qtd): boolean" vertex="1">
          <mxGeometry height="26" width="210" y="112" as="geometry" />
        </mxCell>
        <mxCell id="EbaSRvtsIRmWHhfiMmkh-6" parent="gy4Eh5UNHML4C2wZnuB5-15" style="text;strokeColor=none;fillColor=none;align=left;verticalAlign=top;spacingLeft=4;spacingRight=4;overflow=hidden;rotatable=0;points=[[0,0.5],[1,0.5]];portConstraint=eastwest;whiteSpace=wrap;html=1;" value="+ getQuantidade(): int" vertex="1">
          <mxGeometry height="26" width="210" y="138" as="geometry" />
        </mxCell>
        <mxCell id="EbaSRvtsIRmWHhfiMmkh-7" parent="gy4Eh5UNHML4C2wZnuB5-15" style="text;strokeColor=none;fillColor=none;align=left;verticalAlign=top;spacingLeft=4;spacingRight=4;overflow=hidden;rotatable=0;points=[[0,0.5],[1,0.5]];portConstraint=eastwest;whiteSpace=wrap;html=1;" value="+ getProduto(): Produto" vertex="1">
          <mxGeometry height="26" width="210" y="164" as="geometry" />
        </mxCell>
        <mxCell id="gy4Eh5UNHML4C2wZnuB5-97" edge="1" parent="gy4Eh5UNHML4C2wZnuB5-49" source="gy4Eh5UNHML4C2wZnuB5-23" style="endArrow=block;endSize=16;endFill=0;html=1;rounded=0;" target="gy4Eh5UNHML4C2wZnuB5-19" value="">
          <mxGeometry relative="1" width="160" as="geometry">
            <mxPoint x="170" y="290" as="sourcePoint" />
            <mxPoint x="330" y="290" as="targetPoint" />
          </mxGeometry>
        </mxCell>
        <mxCell id="gy4Eh5UNHML4C2wZnuB5-101" edge="1" parent="gy4Eh5UNHML4C2wZnuB5-49" source="gy4Eh5UNHML4C2wZnuB5-19" style="endArrow=diamondThin;endFill=1;endSize=24;html=1;rounded=0;edgeStyle=elbowEdgeStyle;" target="gy4Eh5UNHML4C2wZnuB5-3" value="">
          <mxGeometry relative="1" width="160" as="geometry">
            <Array as="points">
              <mxPoint x="120" y="360" />
            </Array>
            <mxPoint x="355" y="230.00000000000023" as="sourcePoint" />
            <mxPoint x="230" y="256" as="targetPoint" />
          </mxGeometry>
        </mxCell>
        <mxCell id="gy4Eh5UNHML4C2wZnuB5-102" connectable="0" parent="gy4Eh5UNHML4C2wZnuB5-101" style="edgeLabel;html=1;align=center;verticalAlign=middle;resizable=0;points=[];" value="+ funcionarioAbriu" vertex="1">
          <mxGeometry relative="1" x="-0.7264" y="1" as="geometry">
            <mxPoint x="129" y="408" as="offset" />
          </mxGeometry>
        </mxCell>
        <mxCell id="gy4Eh5UNHML4C2wZnuB5-108" edge="1" parent="gy4Eh5UNHML4C2wZnuB5-49" source="gy4Eh5UNHML4C2wZnuB5-31" style="endArrow=diamondThin;endFill=0;endSize=24;html=1;rounded=0;edgeStyle=elbowEdgeStyle;" target="gy4Eh5UNHML4C2wZnuB5-15" value="">
          <mxGeometry relative="1" width="160" as="geometry">
            <mxPoint x="980" y="570" as="sourcePoint" />
            <mxPoint x="1140" y="570" as="targetPoint" />
          </mxGeometry>
        </mxCell>
        <mxCell id="gy4Eh5UNHML4C2wZnuB5-109" connectable="0" parent="gy4Eh5UNHML4C2wZnuB5-108" style="edgeLabel;html=1;align=center;verticalAlign=middle;resizable=0;points=[];" value="- produto" vertex="1">
          <mxGeometry relative="1" x="-0.6737" as="geometry">
            <mxPoint x="30" y="-12" as="offset" />
          </mxGeometry>
        </mxCell>
        <mxCell id="gy4Eh5UNHML4C2wZnuB5-117" edge="1" parent="gy4Eh5UNHML4C2wZnuB5-49" source="gy4Eh5UNHML4C2wZnuB5-3" style="endArrow=diamondThin;endFill=1;endSize=24;html=1;rounded=0;edgeStyle=elbowEdgeStyle;" target="gy4Eh5UNHML4C2wZnuB5-27" value="">
          <mxGeometry relative="1" width="160" as="geometry">
            <mxPoint x="630" y="180" as="sourcePoint" />
            <mxPoint x="770" y="231" as="targetPoint" />
          </mxGeometry>
        </mxCell>
        <mxCell id="gy4Eh5UNHML4C2wZnuB5-118" connectable="0" parent="gy4Eh5UNHML4C2wZnuB5-117" style="edgeLabel;html=1;align=center;verticalAlign=middle;resizable=0;points=[];" value="&lt;u&gt;&lt;font style=&quot;color: rgb(255, 115, 0);&quot;&gt;- caixaAtual&lt;/font&gt;&lt;/u&gt;" vertex="1">
          <mxGeometry relative="1" x="-0.7264" y="1" as="geometry">
            <mxPoint x="-40" y="15" as="offset" />
          </mxGeometry>
        </mxCell>
        <mxCell id="gy4Eh5UNHML4C2wZnuB5-124" edge="1" parent="gy4Eh5UNHML4C2wZnuB5-49" source="gy4Eh5UNHML4C2wZnuB5-23" style="endArrow=diamondThin;endFill=1;endSize=24;html=1;rounded=0;edgeStyle=elbowEdgeStyle;" target="gy4Eh5UNHML4C2wZnuB5-27" value="">
          <mxGeometry relative="1" width="160" as="geometry">
            <Array as="points">
              <mxPoint x="490" y="190" />
            </Array>
            <mxPoint x="160" y="272" as="sourcePoint" />
            <mxPoint x="290" y="140" as="targetPoint" />
          </mxGeometry>
        </mxCell>
        <mxCell id="gy4Eh5UNHML4C2wZnuB5-125" connectable="0" parent="gy4Eh5UNHML4C2wZnuB5-124" style="edgeLabel;html=1;align=center;verticalAlign=middle;resizable=0;points=[];" value="&lt;u&gt;&lt;font style=&quot;color: rgb(255, 115, 0);&quot;&gt;- admin&lt;/font&gt;&lt;/u&gt;" vertex="1">
          <mxGeometry relative="1" x="-0.7264" y="1" as="geometry">
            <mxPoint x="31" y="12" as="offset" />
          </mxGeometry>
        </mxCell>
        <mxCell id="EbaSRvtsIRmWHhfiMmkh-24" edge="1" parent="gy4Eh5UNHML4C2wZnuB5-49" source="gy4Eh5UNHML4C2wZnuB5-7" style="endArrow=diamondThin;endFill=1;endSize=24;html=1;rounded=0;edgeStyle=elbowEdgeStyle;elbow=vertical;" target="gy4Eh5UNHML4C2wZnuB5-3" value="">
          <mxGeometry relative="1" width="160" as="geometry">
            <mxPoint x="460" y="714" as="sourcePoint" />
            <mxPoint x="690" y="510" as="targetPoint" />
          </mxGeometry>
        </mxCell>
        <mxCell id="EbaSRvtsIRmWHhfiMmkh-25" connectable="0" parent="EbaSRvtsIRmWHhfiMmkh-24" style="edgeLabel;html=1;align=center;verticalAlign=middle;resizable=0;points=[];" value="- pedidoAtual" vertex="1">
          <mxGeometry relative="1" x="-0.7264" y="1" as="geometry">
            <mxPoint x="-20" y="-15" as="offset" />
          </mxGeometry>
        </mxCell>
        <mxCell id="EbaSRvtsIRmWHhfiMmkh-31" parent="gy4Eh5UNHML4C2wZnuB5-49" style="swimlane;fontStyle=1;align=center;verticalAlign=middle;childLayout=stackLayout;horizontal=1;startSize=40;horizontalStack=0;resizeParent=1;resizeParentMax=0;resizeLast=0;collapsible=0;marginBottom=0;html=1;whiteSpace=wrap;" value="&lt;span style=&quot;font-weight: normal;&quot;&gt;&lt;i&gt;&amp;lt;&amp;lt;enumeration&amp;gt;&amp;gt;&lt;br&gt;&lt;/i&gt;&lt;/span&gt;Pedido.Estado" vertex="1">
          <mxGeometry height="115" width="140" x="800" y="420" as="geometry" />
        </mxCell>
        <mxCell id="EbaSRvtsIRmWHhfiMmkh-33" parent="EbaSRvtsIRmWHhfiMmkh-31" style="text;html=1;strokeColor=none;fillColor=none;align=left;verticalAlign=middle;spacingLeft=4;spacingRight=4;overflow=hidden;rotatable=0;points=[[0,0.5],[1,0.5]];portConstraint=eastwest;whiteSpace=wrap;" value="ABERTO" vertex="1">
          <mxGeometry height="25" width="140" y="40" as="geometry" />
        </mxCell>
        <mxCell id="EbaSRvtsIRmWHhfiMmkh-34" parent="EbaSRvtsIRmWHhfiMmkh-31" style="text;html=1;strokeColor=none;fillColor=none;align=left;verticalAlign=middle;spacingLeft=4;spacingRight=4;overflow=hidden;rotatable=0;points=[[0,0.5],[1,0.5]];portConstraint=eastwest;whiteSpace=wrap;" value="CONCLUIDO" vertex="1">
          <mxGeometry height="25" width="140" y="65" as="geometry" />
        </mxCell>
        <mxCell id="EbaSRvtsIRmWHhfiMmkh-35" parent="EbaSRvtsIRmWHhfiMmkh-31" style="text;html=1;strokeColor=none;fillColor=none;align=left;verticalAlign=middle;spacingLeft=4;spacingRight=4;overflow=hidden;rotatable=0;points=[[0,0.5],[1,0.5]];portConstraint=eastwest;whiteSpace=wrap;" value="CANCELADO" vertex="1">
          <mxGeometry height="25" width="140" y="90" as="geometry" />
        </mxCell>
        <mxCell id="EbaSRvtsIRmWHhfiMmkh-36" edge="1" parent="gy4Eh5UNHML4C2wZnuB5-49" source="EbaSRvtsIRmWHhfiMmkh-31" style="endArrow=diamondThin;endFill=0;endSize=24;html=1;rounded=0;edgeStyle=elbowEdgeStyle;" target="gy4Eh5UNHML4C2wZnuB5-7" value="">
          <mxGeometry relative="1" width="160" as="geometry">
            <mxPoint x="845" y="480" as="sourcePoint" />
            <mxPoint x="780" y="626" as="targetPoint" />
          </mxGeometry>
        </mxCell>
        <mxCell id="EbaSRvtsIRmWHhfiMmkh-37" connectable="0" parent="EbaSRvtsIRmWHhfiMmkh-36" style="edgeLabel;html=1;align=center;verticalAlign=middle;resizable=0;points=[];" value="- estado" vertex="1">
          <mxGeometry relative="1" x="-0.6737" as="geometry">
            <mxPoint x="30" y="3" as="offset" />
          </mxGeometry>
        </mxCell>
        <mxCell id="EbaSRvtsIRmWHhfiMmkh-76" edge="1" parent="gy4Eh5UNHML4C2wZnuB5-49" source="gy4Eh5UNHML4C2wZnuB5-19" style="endArrow=diamondThin;endFill=0;endSize=24;html=1;rounded=0;edgeStyle=elbowEdgeStyle;elbow=vertical;" target="gy4Eh5UNHML4C2wZnuB5-27" value="">
          <mxGeometry relative="1" width="160" as="geometry">
            <mxPoint x="290" y="260" as="sourcePoint" />
            <mxPoint x="290" y="339" as="targetPoint" />
          </mxGeometry>
        </mxCell>
        <mxCell id="EbaSRvtsIRmWHhfiMmkh-77" connectable="0" parent="EbaSRvtsIRmWHhfiMmkh-76" style="edgeLabel;html=1;align=center;verticalAlign=middle;resizable=0;points=[];" value="&lt;u&gt;&lt;font style=&quot;color: rgb(255, 115, 0);&quot;&gt;- contaAtual&lt;/font&gt;&lt;/u&gt;" vertex="1">
          <mxGeometry relative="1" x="-0.6737" as="geometry">
            <mxPoint x="-9" y="-11" as="offset" />
          </mxGeometry>
        </mxCell>
        <mxCell id="EbaSRvtsIRmWHhfiMmkh-80" parent="gy4Eh5UNHML4C2wZnuB5-49" style="shape=note;whiteSpace=wrap;html=1;backgroundOutline=1;darkOpacity=0.05;size=21;spacing=6;" value="As propriedades de `id` deverão ser constantes.&lt;div&gt;&lt;br&gt;&lt;/div&gt;&lt;div&gt;Muitos &lt;i&gt;getters&lt;/i&gt; e &lt;i&gt;setters&lt;/i&gt; foram omitidos para simplificar o diagrama.&lt;/div&gt;" vertex="1">
          <mxGeometry height="180" width="180" x="1270" y="30" as="geometry" />
        </mxCell>
        <mxCell id="hOZWp0LmKr6OaFxz4VK0-7" edge="1" parent="gy4Eh5UNHML4C2wZnuB5-49" source="gy4Eh5UNHML4C2wZnuB5-15" style="endArrow=diamondThin;endFill=1;endSize=24;html=1;rounded=0;edgeStyle=elbowEdgeStyle;elbow=vertical;" target="gy4Eh5UNHML4C2wZnuB5-7" value="">
          <mxGeometry relative="1" width="160" as="geometry">
            <mxPoint x="1150" y="1126" as="sourcePoint" />
            <mxPoint x="1255" y="830" as="targetPoint" />
          </mxGeometry>
        </mxCell>
        <mxCell id="hOZWp0LmKr6OaFxz4VK0-8" connectable="0" parent="hOZWp0LmKr6OaFxz4VK0-7" style="edgeLabel;html=1;align=center;verticalAlign=middle;resizable=0;points=[];" value="- itens" vertex="1">
          <mxGeometry relative="1" x="-0.7264" y="1" as="geometry">
            <mxPoint x="-7" y="-13" as="offset" />
          </mxGeometry>
        </mxCell>
        <mxCell id="hOZWp0LmKr6OaFxz4VK0-9" connectable="0" parent="hOZWp0LmKr6OaFxz4VK0-7" style="edgeLabel;html=1;align=center;verticalAlign=middle;resizable=0;points=[];" value="0..*" vertex="1">
          <mxGeometry relative="1" x="-0.3417" as="geometry">
            <mxPoint x="8" y="16" as="offset" />
          </mxGeometry>
        </mxCell>
        <mxCell id="hOZWp0LmKr6OaFxz4VK0-20" connectable="0" parent="hOZWp0LmKr6OaFxz4VK0-7" style="edgeLabel;html=1;align=center;verticalAlign=middle;resizable=0;points=[];" value="1" vertex="1">
          <mxGeometry relative="1" x="0.4954" y="3" as="geometry">
            <mxPoint x="-9" y="15" as="offset" />
          </mxGeometry>
        </mxCell>
        <mxCell id="hOZWp0LmKr6OaFxz4VK0-10" parent="gy4Eh5UNHML4C2wZnuB5-49" style="swimlane;fontStyle=1;align=center;verticalAlign=top;childLayout=stackLayout;horizontal=1;startSize=26;horizontalStack=0;resizeParent=1;resizeParentMax=0;resizeLast=0;collapsible=1;marginBottom=0;whiteSpace=wrap;html=1;" value="Atendente" vertex="1">
          <mxGeometry height="72" width="230" x="160" y="450" as="geometry" />
        </mxCell>
        <mxCell id="hOZWp0LmKr6OaFxz4VK0-14" parent="hOZWp0LmKr6OaFxz4VK0-10" style="line;strokeWidth=1;fillColor=none;align=left;verticalAlign=middle;spacingTop=-1;spacingLeft=3;spacingRight=3;rotatable=0;labelPosition=right;points=[];portConstraint=eastwest;strokeColor=inherit;" value="" vertex="1">
          <mxGeometry height="8" width="230" y="26" as="geometry" />
        </mxCell>
        <mxCell id="hOZWp0LmKr6OaFxz4VK0-15" parent="hOZWp0LmKr6OaFxz4VK0-10" style="text;strokeColor=none;fillColor=none;align=left;verticalAlign=top;spacingLeft=4;spacingRight=4;overflow=hidden;rotatable=0;points=[[0,0.5],[1,0.5]];portConstraint=eastwest;whiteSpace=wrap;html=1;" value="+ Atendente(&lt;span style=&quot;background-color: transparent; color: light-dark(rgb(0, 0, 0), rgb(255, 255, 255));&quot;&gt;String numMatricula,&amp;nbsp;&lt;/span&gt;&lt;div&gt;&lt;span style=&quot;background-color: transparent; color: light-dark(rgb(0, 0, 0), rgb(255, 255, 255));&quot;&gt;String nome,&amp;nbsp;&lt;/span&gt;&lt;span style=&quot;background-color: transparent; color: light-dark(rgb(0, 0, 0), rgb(255, 255, 255));&quot;&gt;int senhaLogin&lt;/span&gt;&lt;span style=&quot;background-color: transparent; color: light-dark(rgb(0, 0, 0), rgb(255, 255, 255));&quot;&gt;)&lt;/span&gt;&lt;/div&gt;" vertex="1">
          <mxGeometry height="38" width="230" y="34" as="geometry" />
        </mxCell>
        <mxCell id="hOZWp0LmKr6OaFxz4VK0-16" edge="1" parent="gy4Eh5UNHML4C2wZnuB5-49" source="hOZWp0LmKr6OaFxz4VK0-10" style="endArrow=block;endSize=16;endFill=0;html=1;rounded=0;" target="gy4Eh5UNHML4C2wZnuB5-19" value="">
          <mxGeometry relative="1" width="160" as="geometry">
            <mxPoint x="-48" y="613" as="sourcePoint" />
            <mxPoint x="-150" y="460" as="targetPoint" />
          </mxGeometry>
        </mxCell>
        <mxCell id="hOZWp0LmKr6OaFxz4VK0-17" edge="1" parent="gy4Eh5UNHML4C2wZnuB5-49" source="gy4Eh5UNHML4C2wZnuB5-7" style="endArrow=diamondThin;endFill=1;endSize=24;html=1;rounded=0;edgeStyle=elbowEdgeStyle;" target="gy4Eh5UNHML4C2wZnuB5-3" value="">
          <mxGeometry relative="1" width="160" as="geometry">
            <Array as="points">
              <mxPoint x="720" y="800" />
            </Array>
            <mxPoint x="785" y="810" as="sourcePoint" />
            <mxPoint x="660" y="810" as="targetPoint" />
          </mxGeometry>
        </mxCell>
        <mxCell id="hOZWp0LmKr6OaFxz4VK0-18" connectable="0" parent="hOZWp0LmKr6OaFxz4VK0-17" style="edgeLabel;html=1;align=center;verticalAlign=middle;resizable=0;points=[];" value="- pedidosAntigos" vertex="1">
          <mxGeometry relative="1" x="-0.7264" y="1" as="geometry">
            <mxPoint x="-33" y="-16" as="offset" />
          </mxGeometry>
        </mxCell>
        <mxCell id="hOZWp0LmKr6OaFxz4VK0-19" connectable="0" parent="hOZWp0LmKr6OaFxz4VK0-17" style="edgeLabel;html=1;align=center;verticalAlign=middle;resizable=0;points=[];" value="0..*" vertex="1">
          <mxGeometry relative="1" x="-0.5758" y="1" as="geometry">
            <mxPoint x="6" y="9" as="offset" />
          </mxGeometry>
        </mxCell>
        <mxCell id="hOZWp0LmKr6OaFxz4VK0-21" edge="1" parent="gy4Eh5UNHML4C2wZnuB5-49" source="gy4Eh5UNHML4C2wZnuB5-31" style="endArrow=diamondThin;endFill=1;endSize=24;html=1;rounded=0;edgeStyle=elbowEdgeStyle;elbow=vertical;" target="gy4Eh5UNHML4C2wZnuB5-11" value="">
          <mxGeometry relative="1" width="160" as="geometry">
            <mxPoint x="1187" y="330" as="sourcePoint" />
            <mxPoint x="1110" y="330" as="targetPoint" />
          </mxGeometry>
        </mxCell>
        <mxCell id="hOZWp0LmKr6OaFxz4VK0-22" connectable="0" parent="hOZWp0LmKr6OaFxz4VK0-21" style="edgeLabel;html=1;align=center;verticalAlign=middle;resizable=0;points=[];" value="- produtos" vertex="1">
          <mxGeometry relative="1" x="-0.7264" y="1" as="geometry">
            <mxPoint x="32" y="19" as="offset" />
          </mxGeometry>
        </mxCell>
        <mxCell id="hOZWp0LmKr6OaFxz4VK0-23" connectable="0" parent="hOZWp0LmKr6OaFxz4VK0-21" style="edgeLabel;html=1;align=center;verticalAlign=middle;resizable=0;points=[];" value="0..*" vertex="1">
          <mxGeometry relative="1" x="-0.3417" as="geometry">
            <mxPoint x="48" y="71" as="offset" />
          </mxGeometry>
        </mxCell>
        <mxCell id="hOZWp0LmKr6OaFxz4VK0-24" connectable="0" parent="hOZWp0LmKr6OaFxz4VK0-21" style="edgeLabel;html=1;align=center;verticalAlign=middle;resizable=0;points=[];" value="1" vertex="1">
          <mxGeometry relative="1" x="0.4954" y="3" as="geometry">
            <mxPoint x="-28" y="-65" as="offset" />
          </mxGeometry>
        </mxCell>
        <mxCell id="hOZWp0LmKr6OaFxz4VK0-25" edge="1" parent="gy4Eh5UNHML4C2wZnuB5-49" source="gy4Eh5UNHML4C2wZnuB5-19" style="endArrow=diamondThin;endFill=0;endSize=24;html=1;rounded=0;edgeStyle=elbowEdgeStyle;elbow=vertical;" target="gy4Eh5UNHML4C2wZnuB5-27" value="">
          <mxGeometry relative="1" width="160" as="geometry">
            <Array as="points">
              <mxPoint x="460" y="90" />
            </Array>
            <mxPoint x="340" y="100" as="sourcePoint" />
            <mxPoint x="639" y="100" as="targetPoint" />
          </mxGeometry>
        </mxCell>
        <mxCell id="hOZWp0LmKr6OaFxz4VK0-26" connectable="0" parent="hOZWp0LmKr6OaFxz4VK0-25" style="edgeLabel;html=1;align=center;verticalAlign=middle;resizable=0;points=[];" value="&lt;u&gt;&lt;font style=&quot;color: rgb(255, 115, 0);&quot;&gt;- usuarios&lt;/font&gt;&lt;/u&gt;" vertex="1">
          <mxGeometry relative="1" x="-0.6737" as="geometry">
            <mxPoint x="-19" y="-10" as="offset" />
          </mxGeometry>
        </mxCell>
        <mxCell id="hOZWp0LmKr6OaFxz4VK0-27" connectable="0" parent="hOZWp0LmKr6OaFxz4VK0-25" style="edgeLabel;html=1;align=center;verticalAlign=middle;resizable=0;points=[];" value="1..*" vertex="1">
          <mxGeometry relative="1" x="-0.3032" as="geometry">
            <mxPoint x="-84" y="10" as="offset" />
          </mxGeometry>
        </mxCell>
        <mxCell id="hOZWp0LmKr6OaFxz4VK0-28" connectable="0" parent="hOZWp0LmKr6OaFxz4VK0-25" style="edgeLabel;html=1;align=center;verticalAlign=middle;resizable=0;points=[];" value="1" vertex="1">
          <mxGeometry relative="1" x="0.9064" y="-3" as="geometry">
            <mxPoint x="-15" y="7" as="offset" />
          </mxGeometry>
        </mxCell>
        <mxCell id="hOZWp0LmKr6OaFxz4VK0-29" edge="1" parent="gy4Eh5UNHML4C2wZnuB5-49" source="gy4Eh5UNHML4C2wZnuB5-3" style="endArrow=diamondThin;endFill=1;endSize=24;html=1;rounded=0;edgeStyle=elbowEdgeStyle;" target="gy4Eh5UNHML4C2wZnuB5-27" value="">
          <mxGeometry relative="1" width="160" as="geometry">
            <Array as="points">
              <mxPoint x="730" y="630" />
            </Array>
            <mxPoint x="840.3299999999999" y="819" as="sourcePoint" />
            <mxPoint x="759" y="410" as="targetPoint" />
          </mxGeometry>
        </mxCell>
        <mxCell id="hOZWp0LmKr6OaFxz4VK0-30" connectable="0" parent="hOZWp0LmKr6OaFxz4VK0-29" style="edgeLabel;html=1;align=center;verticalAlign=middle;resizable=0;points=[];" value="&lt;u&gt;&lt;font style=&quot;color: rgb(255, 115, 0);&quot;&gt;- caixasFechados&lt;/font&gt;&lt;/u&gt;" vertex="1">
          <mxGeometry relative="1" x="-0.7264" y="1" as="geometry">
            <mxPoint x="-9" y="-9" as="offset" />
          </mxGeometry>
        </mxCell>
        <mxCell id="hOZWp0LmKr6OaFxz4VK0-31" connectable="0" parent="hOZWp0LmKr6OaFxz4VK0-29" style="edgeLabel;html=1;align=center;verticalAlign=middle;resizable=0;points=[];" value="0..*" vertex="1">
          <mxGeometry relative="1" x="-0.8879" y="2" as="geometry">
            <mxPoint x="-9" y="12" as="offset" />
          </mxGeometry>
        </mxCell>
        <mxCell id="gy4Eh5UNHML4C2wZnuB5-54" parent="1" style="html=1;shape=mxgraph.sysml.package;xSize=90;align=left;spacingLeft=10;overflow=fill;recursiveResize=0;container=1;collapsible=0;" value="&lt;p style=&quot;margin:0px;margin-top:4px;margin-left:10px;text-align:left;&quot;&gt;&lt;b&gt;pkg&lt;/b&gt;   interface&lt;/p&gt;" vertex="1">
          <mxGeometry height="830" width="360" x="1000" y="-210" as="geometry">
            <mxRectangle height="30" width="120" x="40" y="40" as="alternateBounds" />
          </mxGeometry>
        </mxCell>
        <mxCell id="EbaSRvtsIRmWHhfiMmkh-46" parent="gy4Eh5UNHML4C2wZnuB5-54" style="swimlane;fontStyle=1;align=center;verticalAlign=top;childLayout=stackLayout;horizontal=1;startSize=26;horizontalStack=0;resizeParent=1;resizeParentMax=0;resizeLast=0;collapsible=1;marginBottom=0;whiteSpace=wrap;html=1;" value="MenuExemplo" vertex="1">
          <mxGeometry height="210" width="260" x="40" y="75" as="geometry" />
        </mxCell>
        <mxCell id="EbaSRvtsIRmWHhfiMmkh-47" parent="EbaSRvtsIRmWHhfiMmkh-46" style="text;strokeColor=none;fillColor=none;align=left;verticalAlign=top;spacingLeft=4;spacingRight=4;overflow=hidden;rotatable=0;points=[[0,0.5],[1,0.5]];portConstraint=eastwest;whiteSpace=wrap;html=1;" value="+ field: type" vertex="1">
          <mxGeometry height="26" width="260" y="26" as="geometry" />
        </mxCell>
        <mxCell id="EbaSRvtsIRmWHhfiMmkh-48" parent="EbaSRvtsIRmWHhfiMmkh-46" style="line;strokeWidth=1;fillColor=none;align=left;verticalAlign=middle;spacingTop=-1;spacingLeft=3;spacingRight=3;rotatable=0;labelPosition=right;points=[];portConstraint=eastwest;strokeColor=inherit;" value="" vertex="1">
          <mxGeometry height="8" width="260" y="52" as="geometry" />
        </mxCell>
        <mxCell id="EbaSRvtsIRmWHhfiMmkh-49" parent="EbaSRvtsIRmWHhfiMmkh-46" style="text;strokeColor=none;fillColor=none;align=left;verticalAlign=top;spacingLeft=4;spacingRight=4;overflow=hidden;rotatable=0;points=[[0,0.5],[1,0.5]];portConstraint=eastwest;whiteSpace=wrap;html=1;" value="+ MenuExemplo(Loja l)" vertex="1">
          <mxGeometry height="30" width="260" y="60" as="geometry" />
        </mxCell>
        <mxCell id="EbaSRvtsIRmWHhfiMmkh-53" parent="EbaSRvtsIRmWHhfiMmkh-46" style="text;strokeColor=none;fillColor=none;align=left;verticalAlign=top;spacingLeft=4;spacingRight=4;overflow=hidden;rotatable=0;points=[[0,0.5],[1,0.5]];portConstraint=eastwest;whiteSpace=wrap;html=1;" value="+ iniciar(): void" vertex="1">
          <mxGeometry height="30" width="260" y="90" as="geometry" />
        </mxCell>
        <mxCell id="EbaSRvtsIRmWHhfiMmkh-54" parent="EbaSRvtsIRmWHhfiMmkh-46" style="text;strokeColor=none;fillColor=none;align=left;verticalAlign=top;spacingLeft=4;spacingRight=4;overflow=hidden;rotatable=0;points=[[0,0.5],[1,0.5]];portConstraint=eastwest;whiteSpace=wrap;html=1;" value="+ pedirNome(): void" vertex="1">
          <mxGeometry height="30" width="260" y="120" as="geometry" />
        </mxCell>
        <mxCell id="EbaSRvtsIRmWHhfiMmkh-55" parent="EbaSRvtsIRmWHhfiMmkh-46" style="text;strokeColor=none;fillColor=none;align=left;verticalAlign=top;spacingLeft=4;spacingRight=4;overflow=hidden;rotatable=0;points=[[0,0.5],[1,0.5]];portConstraint=eastwest;whiteSpace=wrap;html=1;" value="+ pedirMatricula(): void" vertex="1">
          <mxGeometry height="30" width="260" y="150" as="geometry" />
        </mxCell>
        <mxCell id="EbaSRvtsIRmWHhfiMmkh-56" parent="EbaSRvtsIRmWHhfiMmkh-46" style="text;strokeColor=none;fillColor=none;align=left;verticalAlign=top;spacingLeft=4;spacingRight=4;overflow=hidden;rotatable=0;points=[[0,0.5],[1,0.5]];portConstraint=eastwest;whiteSpace=wrap;html=1;" value="+ finalizar(): void" vertex="1">
          <mxGeometry height="30" width="260" y="180" as="geometry" />
        </mxCell>
        <mxCell id="EbaSRvtsIRmWHhfiMmkh-57" parent="gy4Eh5UNHML4C2wZnuB5-54" style="swimlane;fontStyle=1;align=center;verticalAlign=top;childLayout=stackLayout;horizontal=1;startSize=26;horizontalStack=0;resizeParent=1;resizeParentMax=0;resizeLast=0;collapsible=1;marginBottom=0;whiteSpace=wrap;html=1;" value="ListagemProdutosExemplo" vertex="1">
          <mxGeometry height="210" width="260" x="51" y="575" as="geometry" />
        </mxCell>
        <mxCell id="EbaSRvtsIRmWHhfiMmkh-58" parent="EbaSRvtsIRmWHhfiMmkh-57" style="text;strokeColor=none;fillColor=none;align=left;verticalAlign=top;spacingLeft=4;spacingRight=4;overflow=hidden;rotatable=0;points=[[0,0.5],[1,0.5]];portConstraint=eastwest;whiteSpace=wrap;html=1;" value="+ field: type" vertex="1">
          <mxGeometry height="26" width="260" y="26" as="geometry" />
        </mxCell>
        <mxCell id="EbaSRvtsIRmWHhfiMmkh-59" parent="EbaSRvtsIRmWHhfiMmkh-57" style="line;strokeWidth=1;fillColor=none;align=left;verticalAlign=middle;spacingTop=-1;spacingLeft=3;spacingRight=3;rotatable=0;labelPosition=right;points=[];portConstraint=eastwest;strokeColor=inherit;" value="" vertex="1">
          <mxGeometry height="8" width="260" y="52" as="geometry" />
        </mxCell>
        <mxCell id="EbaSRvtsIRmWHhfiMmkh-60" parent="EbaSRvtsIRmWHhfiMmkh-57" style="text;strokeColor=none;fillColor=none;align=left;verticalAlign=top;spacingLeft=4;spacingRight=4;overflow=hidden;rotatable=0;points=[[0,0.5],[1,0.5]];portConstraint=eastwest;whiteSpace=wrap;html=1;" value="+&amp;nbsp;&lt;span style=&quot;text-align: center;&quot;&gt;ListagemProdutosExemplo&lt;/span&gt;(Loja l)" vertex="1">
          <mxGeometry height="30" width="260" y="60" as="geometry" />
        </mxCell>
        <mxCell id="EbaSRvtsIRmWHhfiMmkh-61" parent="EbaSRvtsIRmWHhfiMmkh-57" style="text;strokeColor=none;fillColor=none;align=left;verticalAlign=top;spacingLeft=4;spacingRight=4;overflow=hidden;rotatable=0;points=[[0,0.5],[1,0.5]];portConstraint=eastwest;whiteSpace=wrap;html=1;" value="+ iniciar(): void" vertex="1">
          <mxGeometry height="30" width="260" y="90" as="geometry" />
        </mxCell>
        <mxCell id="EbaSRvtsIRmWHhfiMmkh-63" parent="EbaSRvtsIRmWHhfiMmkh-57" style="text;strokeColor=none;fillColor=none;align=left;verticalAlign=top;spacingLeft=4;spacingRight=4;overflow=hidden;rotatable=0;points=[[0,0.5],[1,0.5]];portConstraint=eastwest;whiteSpace=wrap;html=1;" value="+ listarProdutos(): void" vertex="1">
          <mxGeometry height="30" width="260" y="120" as="geometry" />
        </mxCell>
        <mxCell id="EbaSRvtsIRmWHhfiMmkh-65" parent="EbaSRvtsIRmWHhfiMmkh-57" style="text;strokeColor=none;fillColor=none;align=left;verticalAlign=top;spacingLeft=4;spacingRight=4;overflow=hidden;rotatable=0;points=[[0,0.5],[1,0.5]];portConstraint=eastwest;whiteSpace=wrap;html=1;" value="+ pedirAcao(): int" vertex="1">
          <mxGeometry height="30" width="260" y="150" as="geometry" />
        </mxCell>
        <mxCell id="EbaSRvtsIRmWHhfiMmkh-64" parent="EbaSRvtsIRmWHhfiMmkh-57" style="text;strokeColor=none;fillColor=none;align=left;verticalAlign=top;spacingLeft=4;spacingRight=4;overflow=hidden;rotatable=0;points=[[0,0.5],[1,0.5]];portConstraint=eastwest;whiteSpace=wrap;html=1;" value="+ finalizar(): void" vertex="1">
          <mxGeometry height="30" width="260" y="180" as="geometry" />
        </mxCell>
        <mxCell id="EbaSRvtsIRmWHhfiMmkh-66" parent="gy4Eh5UNHML4C2wZnuB5-54" style="swimlane;fontStyle=1;align=center;verticalAlign=top;childLayout=stackLayout;horizontal=1;startSize=26;horizontalStack=0;resizeParent=1;resizeParentMax=0;resizeLast=0;collapsible=1;marginBottom=0;whiteSpace=wrap;html=1;" value="TelaAutenticadaExemplo" vertex="1">
          <mxGeometry height="210" width="260" x="51" y="330" as="geometry" />
        </mxCell>
        <mxCell id="EbaSRvtsIRmWHhfiMmkh-67" parent="EbaSRvtsIRmWHhfiMmkh-66" style="text;strokeColor=none;fillColor=none;align=left;verticalAlign=top;spacingLeft=4;spacingRight=4;overflow=hidden;rotatable=0;points=[[0,0.5],[1,0.5]];portConstraint=eastwest;whiteSpace=wrap;html=1;" value="+ field: type" vertex="1">
          <mxGeometry height="26" width="260" y="26" as="geometry" />
        </mxCell>
        <mxCell id="EbaSRvtsIRmWHhfiMmkh-68" parent="EbaSRvtsIRmWHhfiMmkh-66" style="line;strokeWidth=1;fillColor=none;align=left;verticalAlign=middle;spacingTop=-1;spacingLeft=3;spacingRight=3;rotatable=0;labelPosition=right;points=[];portConstraint=eastwest;strokeColor=inherit;" value="" vertex="1">
          <mxGeometry height="8" width="260" y="52" as="geometry" />
        </mxCell>
        <mxCell id="EbaSRvtsIRmWHhfiMmkh-69" parent="EbaSRvtsIRmWHhfiMmkh-66" style="text;strokeColor=none;fillColor=none;align=left;verticalAlign=top;spacingLeft=4;spacingRight=4;overflow=hidden;rotatable=0;points=[[0,0.5],[1,0.5]];portConstraint=eastwest;whiteSpace=wrap;html=1;" value="+&amp;nbsp;&lt;span style=&quot;text-align: center;&quot;&gt;TelaAutenticada&lt;/span&gt;(Loja l)" vertex="1">
          <mxGeometry height="30" width="260" y="60" as="geometry" />
        </mxCell>
        <mxCell id="EbaSRvtsIRmWHhfiMmkh-70" parent="EbaSRvtsIRmWHhfiMmkh-66" style="text;strokeColor=none;fillColor=none;align=left;verticalAlign=top;spacingLeft=4;spacingRight=4;overflow=hidden;rotatable=0;points=[[0,0.5],[1,0.5]];portConstraint=eastwest;whiteSpace=wrap;html=1;" value="+ iniciar(): void" vertex="1">
          <mxGeometry height="30" width="260" y="90" as="geometry" />
        </mxCell>
        <mxCell id="EbaSRvtsIRmWHhfiMmkh-71" parent="EbaSRvtsIRmWHhfiMmkh-66" style="text;strokeColor=none;fillColor=none;align=left;verticalAlign=top;spacingLeft=4;spacingRight=4;overflow=hidden;rotatable=0;points=[[0,0.5],[1,0.5]];portConstraint=eastwest;whiteSpace=wrap;html=1;" value="+ solicitarCodAutorizacao(): boolean" vertex="1">
          <mxGeometry height="30" width="260" y="120" as="geometry" />
        </mxCell>
        <mxCell id="EbaSRvtsIRmWHhfiMmkh-72" parent="EbaSRvtsIRmWHhfiMmkh-66" style="text;strokeColor=none;fillColor=none;align=left;verticalAlign=top;spacingLeft=4;spacingRight=4;overflow=hidden;rotatable=0;points=[[0,0.5],[1,0.5]];portConstraint=eastwest;whiteSpace=wrap;html=1;" value="+ pedirAcao(): int" vertex="1">
          <mxGeometry height="30" width="260" y="150" as="geometry" />
        </mxCell>
        <mxCell id="EbaSRvtsIRmWHhfiMmkh-73" parent="EbaSRvtsIRmWHhfiMmkh-66" style="text;strokeColor=none;fillColor=none;align=left;verticalAlign=top;spacingLeft=4;spacingRight=4;overflow=hidden;rotatable=0;points=[[0,0.5],[1,0.5]];portConstraint=eastwest;whiteSpace=wrap;html=1;" value="+ finalizar(): void" vertex="1">
          <mxGeometry height="30" width="260" y="180" as="geometry" />
        </mxCell>
        <mxCell id="FQoL36WswdMF_Ofk2WBs-3" parent="1" style="html=1;shape=mxgraph.sysml.package;xSize=90;align=left;spacingLeft=10;overflow=fill;recursiveResize=0;container=1;collapsible=0;" value="&lt;p style=&quot;margin:0px;margin-top:4px;margin-left:10px;text-align:left;&quot;&gt;&lt;b&gt;pkg&lt;/b&gt;   io&lt;/p&gt;" vertex="1">
-           <mxGeometry height="180" width="360" x="-960" y="-30" as="geometry">
+           <mxGeometry height="650" width="390" x="-1030" y="-30" as="geometry">
            <mxRectangle height="30" width="120" x="40" y="40" as="alternateBounds" />
          </mxGeometry>
        </mxCell>
        <mxCell id="FQoL36WswdMF_Ofk2WBs-28" parent="FQoL36WswdMF_Ofk2WBs-3" style="swimlane;fontStyle=1;align=center;verticalAlign=top;childLayout=stackLayout;horizontal=1;startSize=26;horizontalStack=0;resizeParent=1;resizeParentMax=0;resizeLast=0;collapsible=1;marginBottom=0;whiteSpace=wrap;html=1;" value="Armazenamento" vertex="1">
-           <mxGeometry height="86" width="260" x="50" y="70" as="geometry" />
-         </mxCell>
-         <mxCell id="FQoL36WswdMF_Ofk2WBs-29" parent="FQoL36WswdMF_Ofk2WBs-28" style="text;strokeColor=none;fillColor=none;align=left;verticalAlign=top;spacingLeft=4;spacingRight=4;overflow=hidden;rotatable=0;points=[[0,0.5],[1,0.5]];portConstraint=eastwest;whiteSpace=wrap;html=1;fontStyle=4" value="&lt;font style=&quot;color: rgb(0, 153, 0);&quot;&gt;+ DIR_RAIZ_ARQUIVOS: Path&lt;/font&gt;" vertex="1">
+           <mxGeometry height="86" width="260" x="10" y="32" as="geometry" />
+         </mxCell>
+         <mxCell id="FQoL36WswdMF_Ofk2WBs-30" parent="FQoL36WswdMF_Ofk2WBs-28" style="line;strokeWidth=1;fillColor=none;align=left;verticalAlign=middle;spacingTop=-1;spacingLeft=3;spacingRight=3;rotatable=0;labelPosition=right;points=[];portConstraint=eastwest;strokeColor=inherit;" value="" vertex="1">
+           <mxGeometry height="8" width="260" y="26" as="geometry" />
+         </mxCell>
+         <mxCell id="TQHljtS-Gg7rwVJ6MdJa-12" parent="FQoL36WswdMF_Ofk2WBs-28" style="text;strokeColor=none;fillColor=none;align=left;verticalAlign=top;spacingLeft=4;spacingRight=4;overflow=hidden;rotatable=0;points=[[0,0.5],[1,0.5]];portConstraint=eastwest;whiteSpace=wrap;html=1;fontStyle=4" value="&lt;font style=&quot;color: rgb(0, 153, 0);&quot;&gt;+ escrever(ArquivoCSV csv): boolean&lt;/font&gt;" vertex="1">
+           <mxGeometry height="26" width="260" y="34" as="geometry" />
+         </mxCell>
+         <mxCell id="TQHljtS-Gg7rwVJ6MdJa-13" parent="FQoL36WswdMF_Ofk2WBs-28" style="text;strokeColor=none;fillColor=none;align=left;verticalAlign=top;spacingLeft=4;spacingRight=4;overflow=hidden;rotatable=0;points=[[0,0.5],[1,0.5]];portConstraint=eastwest;whiteSpace=wrap;html=1;fontStyle=4" value="&lt;font style=&quot;color: rgb(0, 153, 0);&quot;&gt;+ ler(Path caminho): ArquivoCSV&lt;/font&gt;" vertex="1">
+           <mxGeometry height="26" width="260" y="60" as="geometry" />
+         </mxCell>
+         <mxCell id="TQHljtS-Gg7rwVJ6MdJa-4" parent="FQoL36WswdMF_Ofk2WBs-3" style="swimlane;fontStyle=1;align=center;verticalAlign=top;childLayout=stackLayout;horizontal=1;startSize=26;horizontalStack=0;resizeParent=1;resizeParentMax=0;resizeLast=0;collapsible=1;marginBottom=0;whiteSpace=wrap;html=1;" value="ArquivoCSV" vertex="1">
+           <mxGeometry height="164" width="360" x="10" y="200" as="geometry" />
+         </mxCell>
+         <mxCell id="TQHljtS-Gg7rwVJ6MdJa-5" parent="TQHljtS-Gg7rwVJ6MdJa-4" style="text;strokeColor=none;fillColor=none;align=left;verticalAlign=top;spacingLeft=4;spacingRight=4;overflow=hidden;rotatable=0;points=[[0,0.5],[1,0.5]];portConstraint=eastwest;whiteSpace=wrap;html=1;fontStyle=4" value="&lt;font style=&quot;color: rgb(0, 153, 0);&quot;&gt;+ cabecalho: String&lt;/font&gt;" vertex="1">
+           <mxGeometry height="26" width="360" y="26" as="geometry" />
+         </mxCell>
+         <mxCell id="TQHljtS-Gg7rwVJ6MdJa-18" parent="TQHljtS-Gg7rwVJ6MdJa-4" style="text;strokeColor=none;fillColor=none;align=left;verticalAlign=top;spacingLeft=4;spacingRight=4;overflow=hidden;rotatable=0;points=[[0,0.5],[1,0.5]];portConstraint=eastwest;whiteSpace=wrap;html=1;fontStyle=4" value="&lt;font style=&quot;color: rgb(0, 153, 0);&quot;&gt;+ linhas: String[]&lt;/font&gt;" vertex="1">
+           <mxGeometry height="26" width="360" y="52" as="geometry" />
+         </mxCell>
+         <mxCell id="TQHljtS-Gg7rwVJ6MdJa-19" parent="TQHljtS-Gg7rwVJ6MdJa-4" style="text;strokeColor=none;fillColor=none;align=left;verticalAlign=top;spacingLeft=4;spacingRight=4;overflow=hidden;rotatable=0;points=[[0,0.5],[1,0.5]];portConstraint=eastwest;whiteSpace=wrap;html=1;fontStyle=4" value="&lt;font style=&quot;color: rgb(0, 153, 0);&quot;&gt;+ caminho: Path&lt;/font&gt;" vertex="1">
+           <mxGeometry height="26" width="360" y="78" as="geometry" />
+         </mxCell>
+         <mxCell id="TQHljtS-Gg7rwVJ6MdJa-7" parent="TQHljtS-Gg7rwVJ6MdJa-4" style="line;strokeWidth=1;fillColor=none;align=left;verticalAlign=middle;spacingTop=-1;spacingLeft=3;spacingRight=3;rotatable=0;labelPosition=right;points=[];portConstraint=eastwest;strokeColor=inherit;" value="" vertex="1">
+           <mxGeometry height="8" width="360" y="104" as="geometry" />
+         </mxCell>
+         <mxCell id="TQHljtS-Gg7rwVJ6MdJa-20" parent="TQHljtS-Gg7rwVJ6MdJa-4" style="text;strokeColor=none;fillColor=none;align=left;verticalAlign=top;spacingLeft=4;spacingRight=4;overflow=hidden;rotatable=0;points=[[0,0.5],[1,0.5]];portConstraint=eastwest;whiteSpace=wrap;html=1;fontStyle=0" value="&lt;font style=&quot;color: rgb(0, 153, 0);&quot;&gt;+ ArquivoCSV(String[] linhas, Path caminho)&lt;/font&gt;" vertex="1">
+           <mxGeometry height="26" width="360" y="112" as="geometry" />
+         </mxCell>
+         <mxCell id="TQHljtS-Gg7rwVJ6MdJa-21" parent="TQHljtS-Gg7rwVJ6MdJa-4" style="text;strokeColor=none;fillColor=none;align=left;verticalAlign=top;spacingLeft=4;spacingRight=4;overflow=hidden;rotatable=0;points=[[0,0.5],[1,0.5]];portConstraint=eastwest;whiteSpace=wrap;html=1;fontStyle=0" value="&lt;font style=&quot;color: rgb(0, 153, 0);&quot;&gt;+ ArquivoCSV(String cabecalho, String[] linhas, Path caminho)&lt;/font&gt;" vertex="1">
+           <mxGeometry height="26" width="360" y="138" as="geometry" />
+         </mxCell>
+         <mxCell id="TQHljtS-Gg7rwVJ6MdJa-8" parent="FQoL36WswdMF_Ofk2WBs-3" style="swimlane;fontStyle=1;align=center;verticalAlign=top;childLayout=stackLayout;horizontal=1;startSize=26;horizontalStack=0;resizeParent=1;resizeParentMax=0;resizeLast=0;collapsible=1;marginBottom=0;whiteSpace=wrap;html=1;" value="Arquivos" vertex="1">
+           <mxGeometry height="86" width="260" x="30" y="400" as="geometry" />
+         </mxCell>
+         <mxCell id="FQoL36WswdMF_Ofk2WBs-29" parent="TQHljtS-Gg7rwVJ6MdJa-8" style="text;strokeColor=none;fillColor=none;align=left;verticalAlign=top;spacingLeft=4;spacingRight=4;overflow=hidden;rotatable=0;points=[[0,0.5],[1,0.5]];portConstraint=eastwest;whiteSpace=wrap;html=1;fontStyle=4" value="&lt;font style=&quot;color: rgb(0, 153, 0);&quot;&gt;+ DIR_RAIZ_ARQUIVOS: Path&lt;/font&gt;" vertex="1">
          <mxGeometry height="26" width="260" y="26" as="geometry" />
        </mxCell>
-         <mxCell id="FQoL36WswdMF_Ofk2WBs-45" parent="FQoL36WswdMF_Ofk2WBs-28" style="text;strokeColor=none;fillColor=none;align=left;verticalAlign=top;spacingLeft=4;spacingRight=4;overflow=hidden;rotatable=0;points=[[0,0.5],[1,0.5]];portConstraint=eastwest;whiteSpace=wrap;html=1;fontStyle=4" value="&lt;font style=&quot;color: rgb(0, 153, 0);&quot;&gt;+ ARQ_CONTAS_USUARIO: Path&lt;/font&gt;" vertex="1">
-           <mxGeometry height="26" width="260" y="52" as="geometry" />
-         </mxCell>
-         <mxCell id="FQoL36WswdMF_Ofk2WBs-30" parent="FQoL36WswdMF_Ofk2WBs-28" style="line;strokeWidth=1;fillColor=none;align=left;verticalAlign=middle;spacingTop=-1;spacingLeft=3;spacingRight=3;rotatable=0;labelPosition=right;points=[];portConstraint=eastwest;strokeColor=inherit;" value="" vertex="1">
-           <mxGeometry height="8" width="260" y="78" as="geometry" />
+         <mxCell id="TQHljtS-Gg7rwVJ6MdJa-11" parent="TQHljtS-Gg7rwVJ6MdJa-8" style="line;strokeWidth=1;fillColor=none;align=left;verticalAlign=middle;spacingTop=-1;spacingLeft=3;spacingRight=3;rotatable=0;labelPosition=right;points=[];portConstraint=eastwest;strokeColor=inherit;" value="" vertex="1">
+           <mxGeometry height="8" width="260" y="52" as="geometry" />
+         </mxCell>
+         <mxCell id="TQHljtS-Gg7rwVJ6MdJa-14" parent="TQHljtS-Gg7rwVJ6MdJa-8" style="text;strokeColor=none;fillColor=none;align=left;verticalAlign=top;spacingLeft=4;spacingRight=4;overflow=hidden;rotatable=0;points=[[0,0.5],[1,0.5]];portConstraint=eastwest;whiteSpace=wrap;html=1;fontStyle=4" value="&lt;font style=&quot;color: rgb(0, 153, 0);&quot;&gt;+ inicializar(): void&lt;/font&gt;" vertex="1">
+           <mxGeometry height="26" width="260" y="60" as="geometry" />
        </mxCell>
        <mxCell id="FQoL36WswdMF_Ofk2WBs-36" parent="1" style="html=1;shape=mxgraph.sysml.package;xSize=90;align=left;spacingLeft=10;overflow=fill;recursiveResize=0;container=1;collapsible=0;" value="&lt;p style=&quot;margin:0px;margin-top:4px;margin-left:10px;text-align:left;&quot;&gt;&lt;b&gt;pkg&lt;/b&gt;&amp;nbsp;services&lt;/p&gt;" vertex="1">
-           <mxGeometry height="180" width="360" x="-960" y="-260" as="geometry">
+           <mxGeometry height="220" width="400" x="-1010" y="-290" as="geometry">
            <mxRectangle height="30" width="120" x="40" y="40" as="alternateBounds" />
          </mxGeometry>
        </mxCell>
        <mxCell id="FQoL36WswdMF_Ofk2WBs-37" parent="FQoL36WswdMF_Ofk2WBs-36" style="swimlane;fontStyle=1;align=center;verticalAlign=top;childLayout=stackLayout;horizontal=1;startSize=26;horizontalStack=0;resizeParent=1;resizeParentMax=0;resizeLast=0;collapsible=1;marginBottom=0;whiteSpace=wrap;html=1;" value="ContaUsuarioService" vertex="1">
-           <mxGeometry height="64" width="260" x="50" y="73" as="geometry" />
+           <mxGeometry height="64" width="260" x="20" y="30" as="geometry" />
        </mxCell>
        <mxCell id="FQoL36WswdMF_Ofk2WBs-39" parent="FQoL36WswdMF_Ofk2WBs-37" style="line;strokeWidth=1;fillColor=none;align=left;verticalAlign=middle;spacingTop=-1;spacingLeft=3;spacingRight=3;rotatable=0;labelPosition=right;points=[];portConstraint=eastwest;strokeColor=inherit;" value="" vertex="1">
          <mxGeometry height="8" width="260" y="26" as="geometry" />
        </mxCell>
        <mxCell id="FQoL36WswdMF_Ofk2WBs-44" parent="FQoL36WswdMF_Ofk2WBs-37" style="text;strokeColor=none;fillColor=none;align=left;verticalAlign=top;spacingLeft=4;spacingRight=4;overflow=hidden;rotatable=0;points=[[0,0.5],[1,0.5]];portConstraint=eastwest;whiteSpace=wrap;html=1;" value="&lt;u&gt;&lt;font style=&quot;color: rgb(0, 153, 0);&quot;&gt;+ obterTodos(): Funcionario[]&lt;/font&gt;&lt;/u&gt;" vertex="1">
          <mxGeometry height="30" width="260" y="34" as="geometry" />
+         </mxCell>
+         <mxCell id="TQHljtS-Gg7rwVJ6MdJa-1" parent="FQoL36WswdMF_Ofk2WBs-36" style="swimlane;fontStyle=1;align=center;verticalAlign=top;childLayout=stackLayout;horizontal=1;startSize=26;horizontalStack=0;resizeParent=1;resizeParentMax=0;resizeLast=0;collapsible=1;marginBottom=0;whiteSpace=wrap;html=1;" value="LoginService" vertex="1">
+           <mxGeometry height="64" width="340" x="20" y="107" as="geometry" />
+         </mxCell>
+         <mxCell id="TQHljtS-Gg7rwVJ6MdJa-2" parent="TQHljtS-Gg7rwVJ6MdJa-1" style="line;strokeWidth=1;fillColor=none;align=left;verticalAlign=middle;spacingTop=-1;spacingLeft=3;spacingRight=3;rotatable=0;labelPosition=right;points=[];portConstraint=eastwest;strokeColor=inherit;" value="" vertex="1">
+           <mxGeometry height="8" width="340" y="26" as="geometry" />
+         </mxCell>
+         <mxCell id="TQHljtS-Gg7rwVJ6MdJa-3" parent="TQHljtS-Gg7rwVJ6MdJa-1" style="text;strokeColor=none;fillColor=none;align=left;verticalAlign=top;spacingLeft=4;spacingRight=4;overflow=hidden;rotatable=0;points=[[0,0.5],[1,0.5]];portConstraint=eastwest;whiteSpace=wrap;html=1;" value="&lt;u&gt;&lt;font style=&quot;color: rgb(0, 153, 0);&quot;&gt;+ credenciaisValidas(int numMatricula, int senha): boolean&lt;/font&gt;&lt;/u&gt;" vertex="1">
+           <mxGeometry height="30" width="340" y="34" as="geometry" />
        </mxCell>
      </root>
    </mxGraphModel>
  </diagram>
</mxfile>
